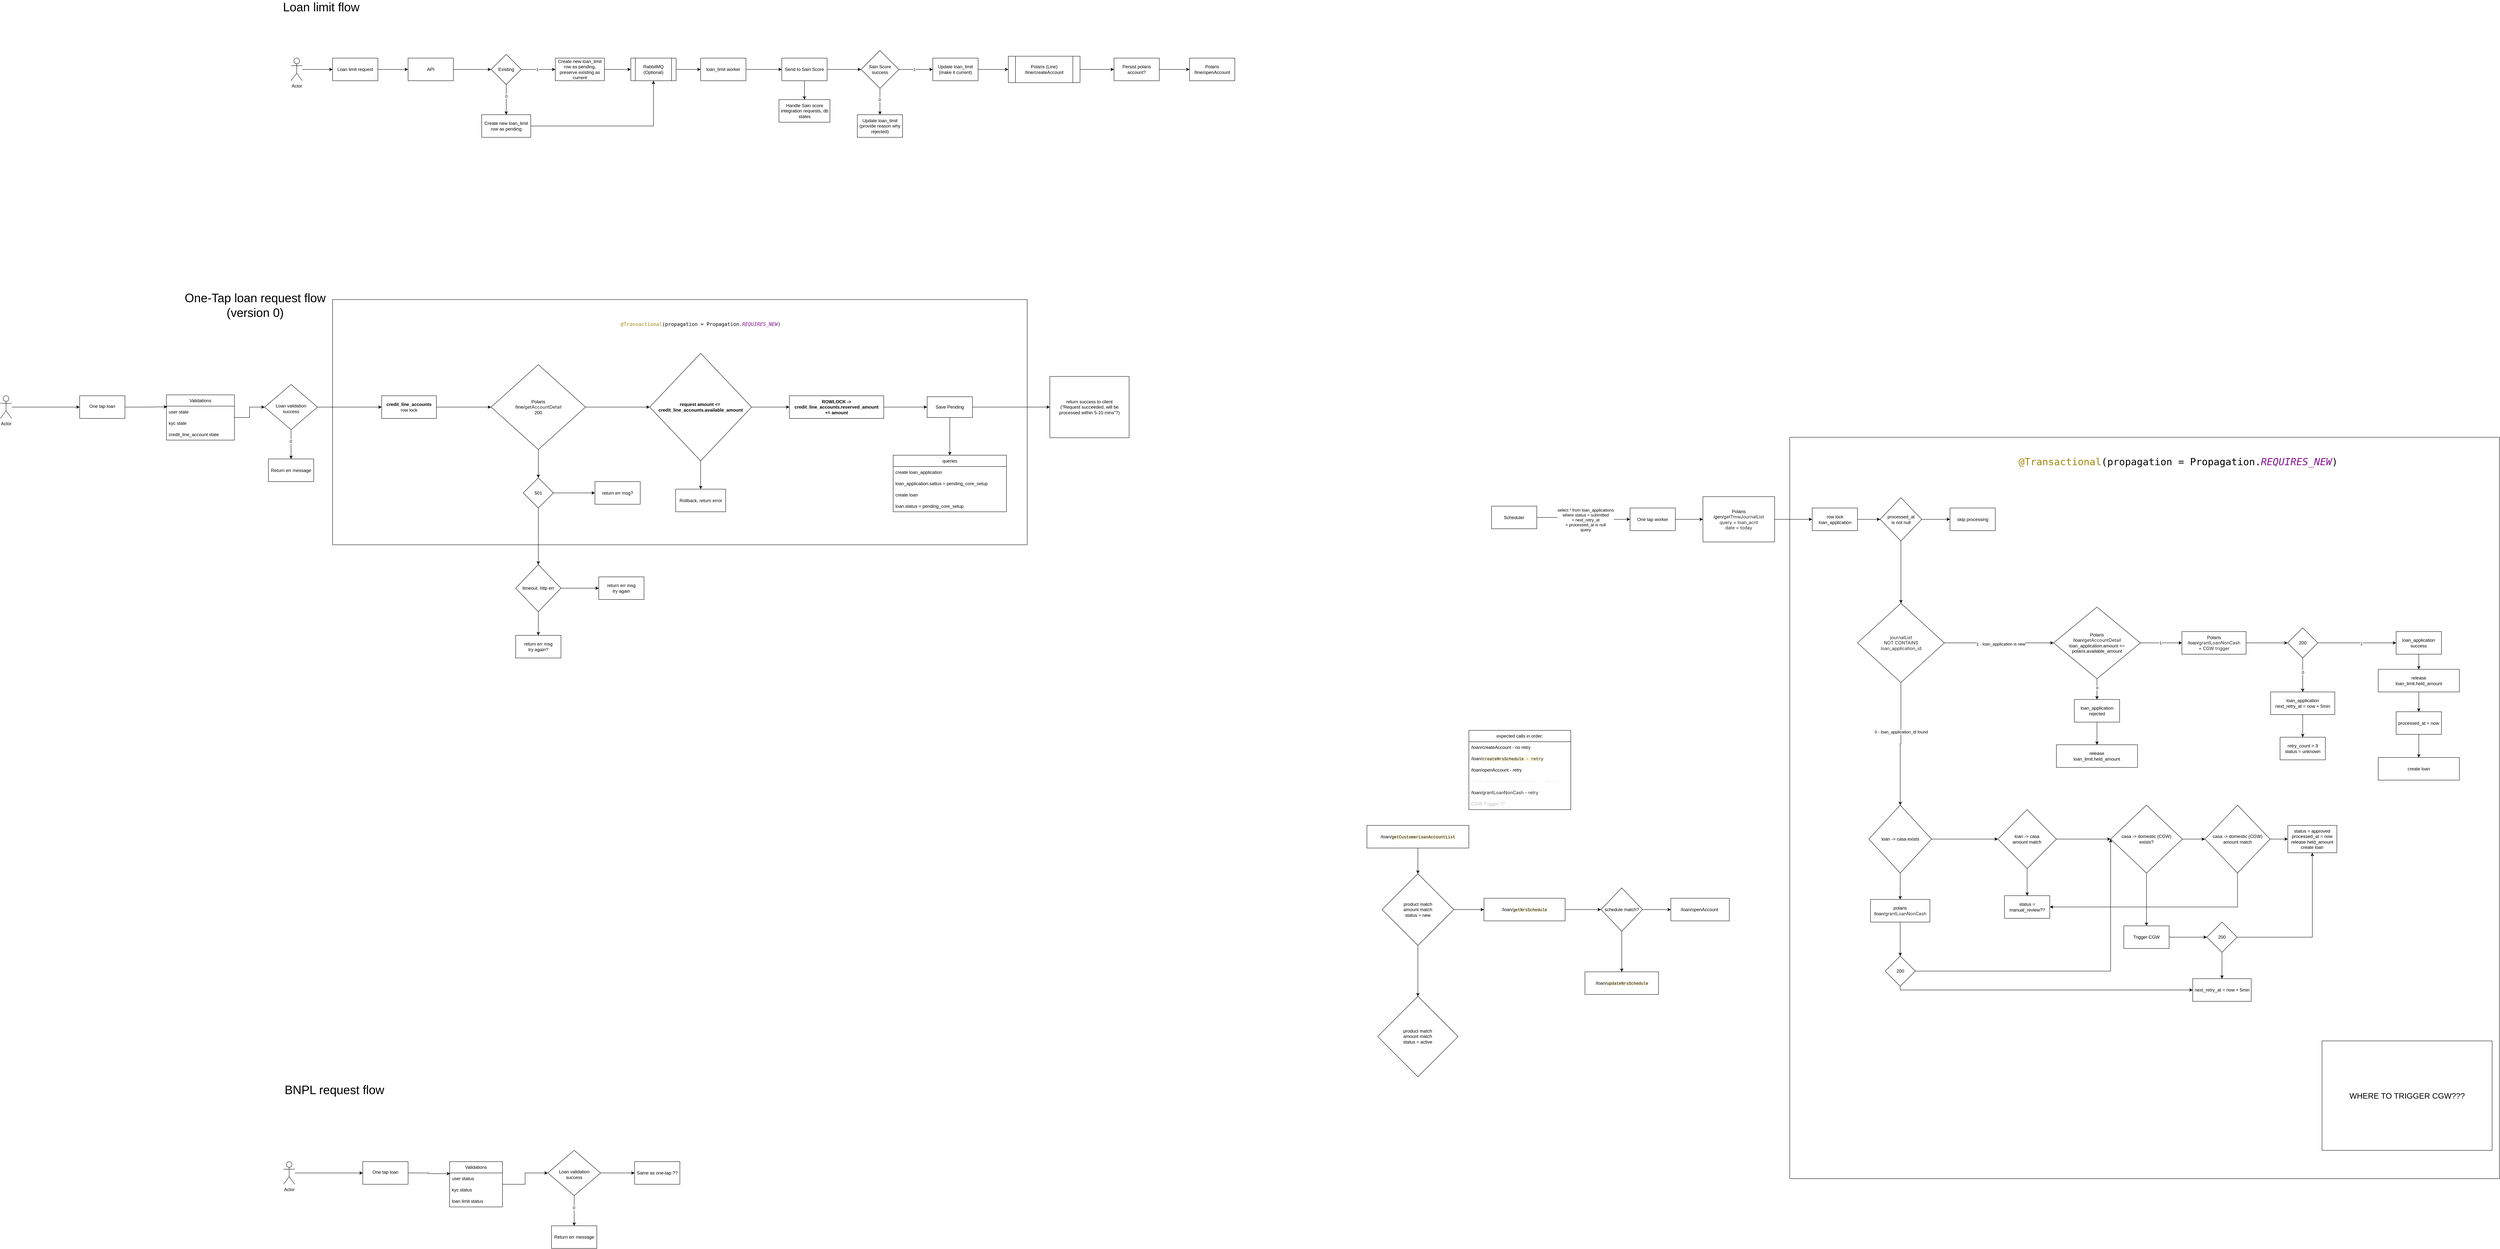
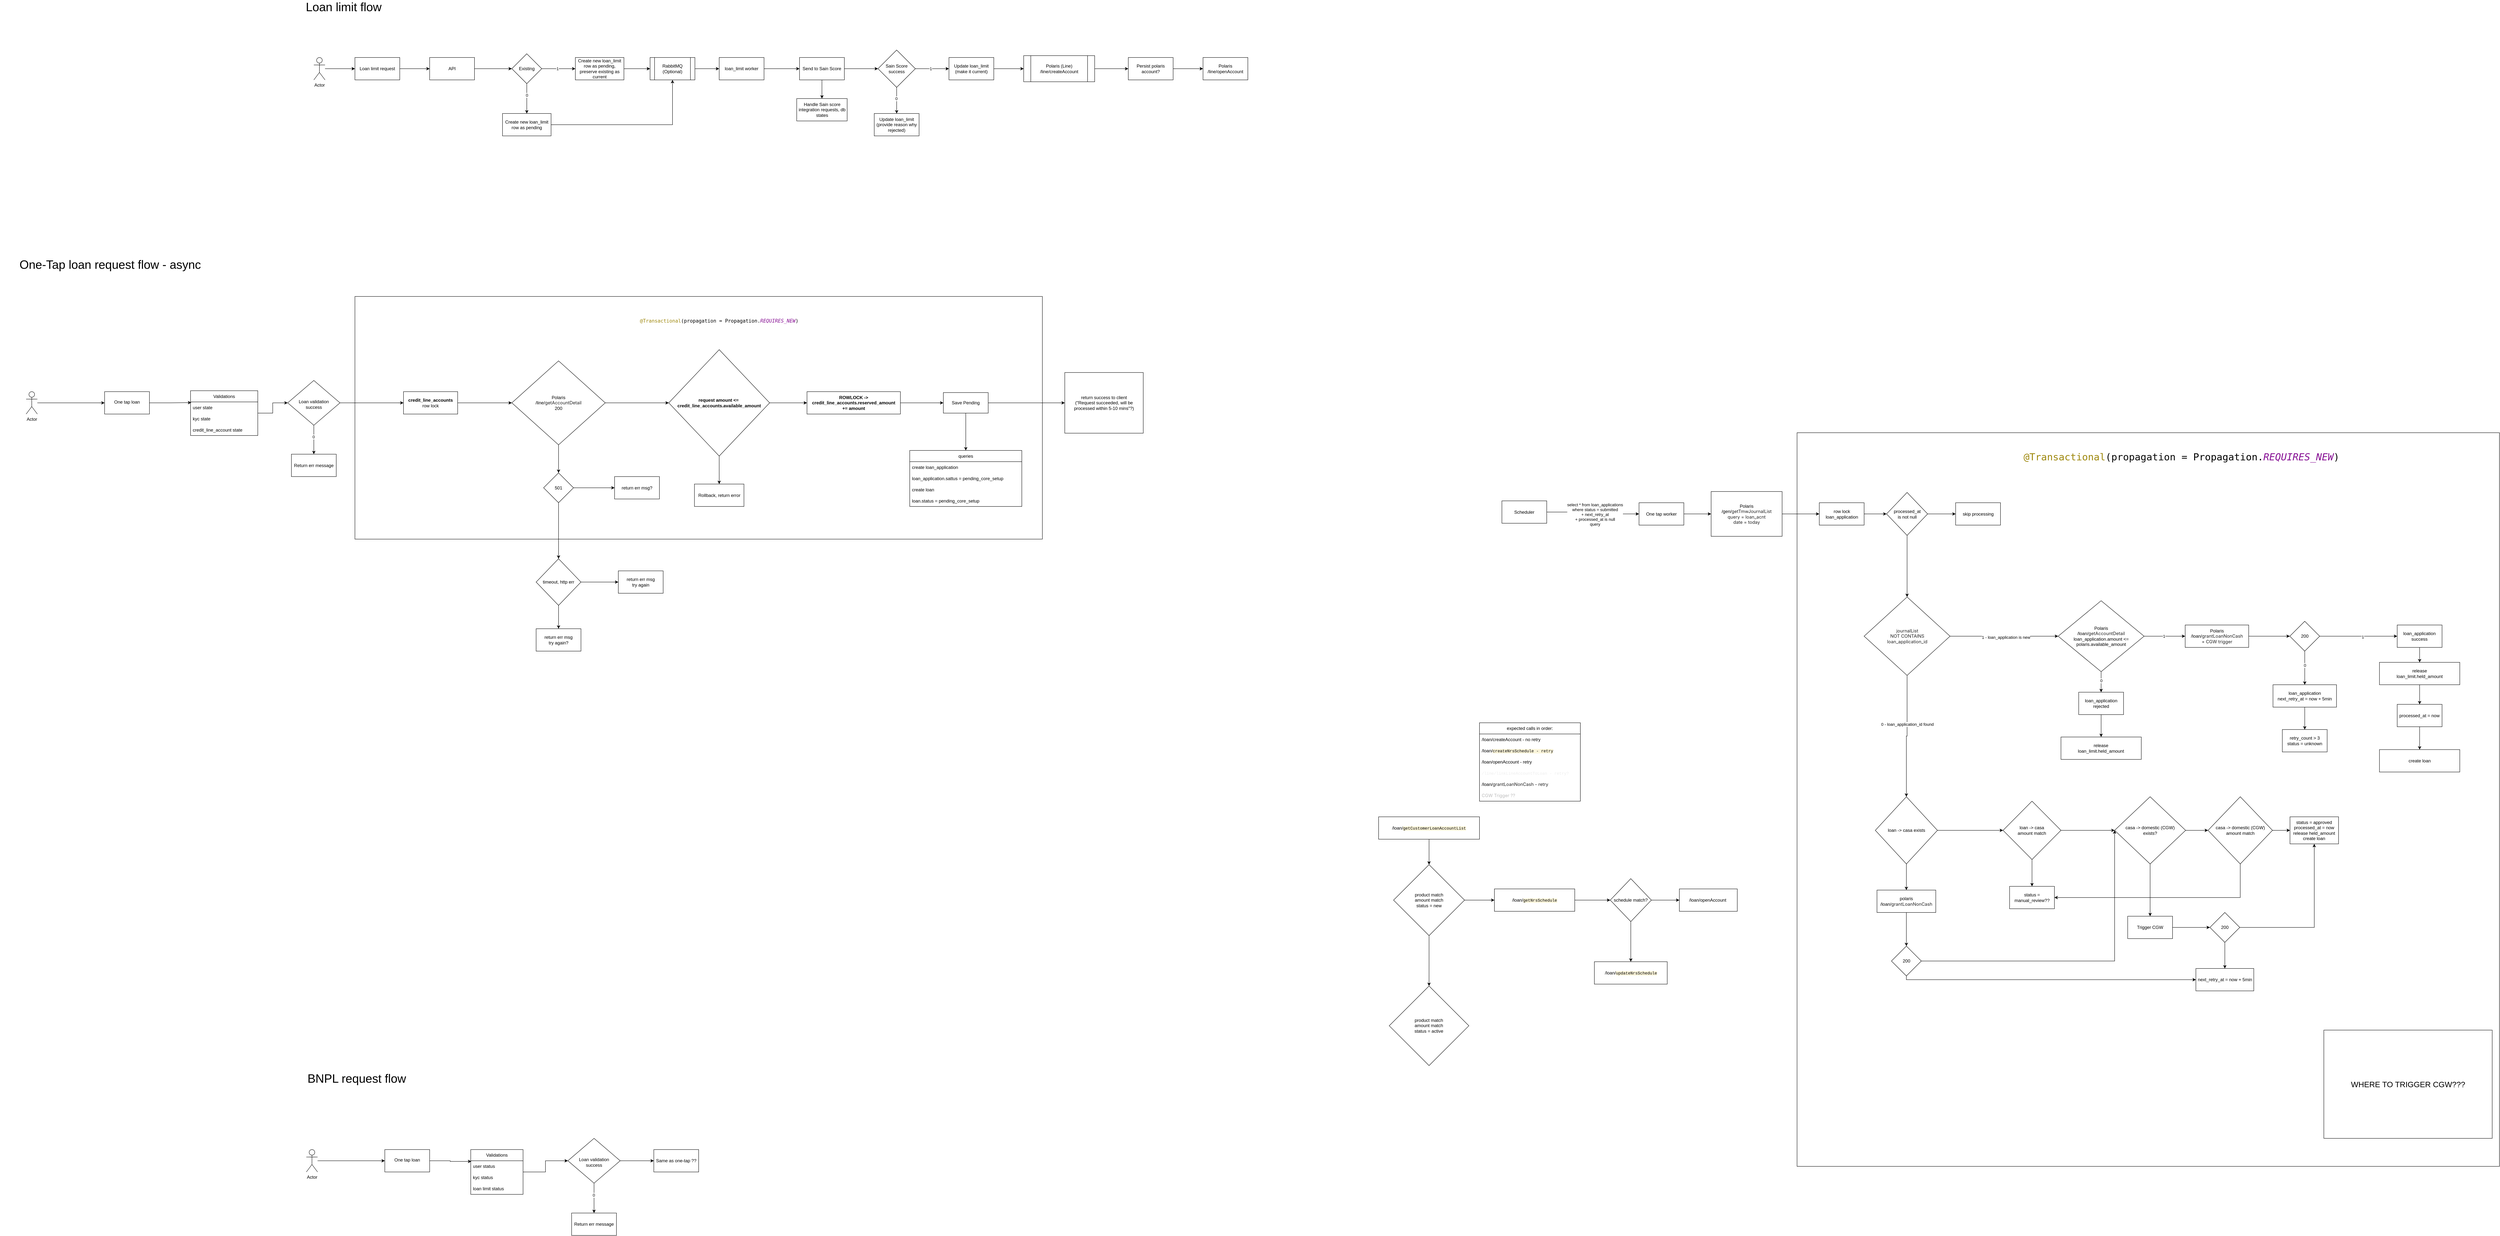
<mxfile host="app.diagrams.net">
  <diagram name="Page-1" id="VCBSuIh8bz7kurrQ0Zaz">
-     <mxGraphModel dx="1966" dy="653" grid="1" gridSize="10" guides="1" tooltips="1" connect="1" arrows="1" fold="1" page="1" pageScale="1" pageWidth="850" pageHeight="1100" math="0" shadow="0">
+     <mxGraphModel dx="3285" dy="1424" grid="1" gridSize="10" guides="1" tooltips="1" connect="1" arrows="1" fold="1" page="1" pageScale="1" pageWidth="850" pageHeight="1100" math="0" shadow="0">
      <root>
        <mxCell id="0" />
        <mxCell id="1" parent="0" />
        <mxCell id="In8fDh9ZLN2M87an2Miy-188" parent="1" style="rounded=0;whiteSpace=wrap;html=1;movable=0;resizable=0;rotatable=0;deletable=0;editable=0;locked=1;connectable=0;" value="" vertex="1">
          <mxGeometry height="1965" width="1880" x="4010" y="1215" as="geometry" />
        </mxCell>
        <mxCell id="In8fDh9ZLN2M87an2Miy-172" parent="1" style="rounded=0;whiteSpace=wrap;html=1;movable=0;resizable=0;rotatable=0;deletable=0;editable=0;locked=1;connectable=0;" value="" vertex="1">
          <mxGeometry height="650" width="1840" x="150" y="850" as="geometry" />
        </mxCell>
        <mxCell id="KqixbsF9o6dLofBvsG9t-5" edge="1" parent="1" source="KqixbsF9o6dLofBvsG9t-1" style="edgeStyle=orthogonalEdgeStyle;rounded=0;orthogonalLoop=1;jettySize=auto;html=1;" target="KqixbsF9o6dLofBvsG9t-4" value="">
          <mxGeometry relative="1" as="geometry" />
        </mxCell>
        <mxCell id="KqixbsF9o6dLofBvsG9t-1" parent="1" style="rounded=0;whiteSpace=wrap;html=1;" value="Loan limit request" vertex="1">
          <mxGeometry height="60" width="120" x="150" y="210" as="geometry" />
        </mxCell>
        <mxCell id="KqixbsF9o6dLofBvsG9t-3" edge="1" parent="1" source="KqixbsF9o6dLofBvsG9t-2" style="edgeStyle=orthogonalEdgeStyle;rounded=0;orthogonalLoop=1;jettySize=auto;html=1;" target="KqixbsF9o6dLofBvsG9t-1" value="">
          <mxGeometry relative="1" as="geometry" />
        </mxCell>
        <mxCell id="KqixbsF9o6dLofBvsG9t-2" parent="1" style="shape=umlActor;verticalLabelPosition=bottom;verticalAlign=top;html=1;outlineConnect=0;" value="Actor" vertex="1">
          <mxGeometry height="60" width="30" x="40" y="210" as="geometry" />
        </mxCell>
        <mxCell id="KqixbsF9o6dLofBvsG9t-9" edge="1" parent="1" source="KqixbsF9o6dLofBvsG9t-4" style="edgeStyle=orthogonalEdgeStyle;rounded=0;orthogonalLoop=1;jettySize=auto;html=1;" target="KqixbsF9o6dLofBvsG9t-8" value="">
          <mxGeometry relative="1" as="geometry" />
        </mxCell>
        <mxCell id="KqixbsF9o6dLofBvsG9t-4" parent="1" style="rounded=0;whiteSpace=wrap;html=1;" value="API" vertex="1">
          <mxGeometry height="60" width="120" x="350" y="210" as="geometry" />
        </mxCell>
        <mxCell id="KqixbsF9o6dLofBvsG9t-11" edge="1" parent="1" source="KqixbsF9o6dLofBvsG9t-8" style="edgeStyle=orthogonalEdgeStyle;rounded=0;orthogonalLoop=1;jettySize=auto;html=1;" target="KqixbsF9o6dLofBvsG9t-10" value="">
          <mxGeometry relative="1" as="geometry" />
        </mxCell>
        <mxCell id="KqixbsF9o6dLofBvsG9t-12" connectable="0" parent="KqixbsF9o6dLofBvsG9t-11" style="edgeLabel;html=1;align=center;verticalAlign=middle;resizable=0;points=[];" value="1" vertex="1">
          <mxGeometry relative="1" x="-0.079" as="geometry">
            <mxPoint as="offset" />
          </mxGeometry>
        </mxCell>
        <mxCell id="KqixbsF9o6dLofBvsG9t-14" edge="1" parent="1" source="KqixbsF9o6dLofBvsG9t-8" style="edgeStyle=orthogonalEdgeStyle;rounded=0;orthogonalLoop=1;jettySize=auto;html=1;" target="KqixbsF9o6dLofBvsG9t-13" value="">
          <mxGeometry relative="1" as="geometry" />
        </mxCell>
        <mxCell id="KqixbsF9o6dLofBvsG9t-15" connectable="0" parent="KqixbsF9o6dLofBvsG9t-14" style="edgeLabel;html=1;align=center;verticalAlign=middle;resizable=0;points=[];" value="0" vertex="1">
          <mxGeometry relative="1" x="-0.2407" as="geometry">
            <mxPoint as="offset" />
          </mxGeometry>
        </mxCell>
        <mxCell id="KqixbsF9o6dLofBvsG9t-8" parent="1" style="rhombus;whiteSpace=wrap;html=1;rounded=0;" value="Existing" vertex="1">
          <mxGeometry height="80" width="80" x="570" y="200" as="geometry" />
        </mxCell>
        <mxCell id="KqixbsF9o6dLofBvsG9t-23" edge="1" parent="1" source="KqixbsF9o6dLofBvsG9t-10" style="edgeStyle=orthogonalEdgeStyle;rounded=0;orthogonalLoop=1;jettySize=auto;html=1;" target="KqixbsF9o6dLofBvsG9t-22" value="">
          <mxGeometry relative="1" as="geometry" />
        </mxCell>
        <mxCell id="KqixbsF9o6dLofBvsG9t-10" parent="1" style="whiteSpace=wrap;html=1;rounded=0;" value="Create new loan_limit row as pending, preserve existing as current" vertex="1">
          <mxGeometry height="60" width="130" x="740" y="210" as="geometry" />
        </mxCell>
        <mxCell id="KqixbsF9o6dLofBvsG9t-26" edge="1" parent="1" source="KqixbsF9o6dLofBvsG9t-13" style="edgeStyle=orthogonalEdgeStyle;rounded=0;orthogonalLoop=1;jettySize=auto;html=1;entryX=0.5;entryY=1;entryDx=0;entryDy=0;" target="KqixbsF9o6dLofBvsG9t-22">
          <mxGeometry relative="1" as="geometry" />
        </mxCell>
        <mxCell id="KqixbsF9o6dLofBvsG9t-13" parent="1" style="whiteSpace=wrap;html=1;rounded=0;" value="Create new loan_limit row as pending" vertex="1">
          <mxGeometry height="60" width="130" x="545" y="360" as="geometry" />
        </mxCell>
        <mxCell id="KqixbsF9o6dLofBvsG9t-25" edge="1" parent="1" source="KqixbsF9o6dLofBvsG9t-22" style="edgeStyle=orthogonalEdgeStyle;rounded=0;orthogonalLoop=1;jettySize=auto;html=1;" target="KqixbsF9o6dLofBvsG9t-24" value="">
          <mxGeometry relative="1" as="geometry" />
        </mxCell>
        <mxCell id="KqixbsF9o6dLofBvsG9t-22" parent="1" style="shape=process;whiteSpace=wrap;html=1;backgroundOutline=1;rounded=0;" value="RabbitMQ (Optional)" vertex="1">
          <mxGeometry height="60" width="120" x="940" y="210" as="geometry" />
        </mxCell>
        <mxCell id="KqixbsF9o6dLofBvsG9t-28" edge="1" parent="1" source="KqixbsF9o6dLofBvsG9t-24" style="edgeStyle=orthogonalEdgeStyle;rounded=0;orthogonalLoop=1;jettySize=auto;html=1;" target="KqixbsF9o6dLofBvsG9t-27" value="">
          <mxGeometry relative="1" as="geometry" />
        </mxCell>
        <mxCell id="KqixbsF9o6dLofBvsG9t-24" parent="1" style="whiteSpace=wrap;html=1;rounded=0;" value="loan_limit worker" vertex="1">
          <mxGeometry height="60" width="120" x="1125" y="210" as="geometry" />
        </mxCell>
        <mxCell id="KqixbsF9o6dLofBvsG9t-30" edge="1" parent="1" source="KqixbsF9o6dLofBvsG9t-27" style="edgeStyle=orthogonalEdgeStyle;rounded=0;orthogonalLoop=1;jettySize=auto;html=1;" target="KqixbsF9o6dLofBvsG9t-29" value="">
          <mxGeometry relative="1" as="geometry" />
        </mxCell>
        <mxCell id="KqixbsF9o6dLofBvsG9t-38" edge="1" parent="1" source="KqixbsF9o6dLofBvsG9t-27" style="edgeStyle=orthogonalEdgeStyle;rounded=0;orthogonalLoop=1;jettySize=auto;html=1;" target="KqixbsF9o6dLofBvsG9t-37" value="">
          <mxGeometry relative="1" as="geometry" />
        </mxCell>
        <mxCell id="KqixbsF9o6dLofBvsG9t-27" parent="1" style="whiteSpace=wrap;html=1;rounded=0;" value="Send to Sain Score" vertex="1">
          <mxGeometry height="60" width="120" x="1340" y="210" as="geometry" />
        </mxCell>
        <mxCell id="KqixbsF9o6dLofBvsG9t-32" edge="1" parent="1" source="KqixbsF9o6dLofBvsG9t-29" style="edgeStyle=orthogonalEdgeStyle;rounded=0;orthogonalLoop=1;jettySize=auto;html=1;" target="KqixbsF9o6dLofBvsG9t-31" value="">
          <mxGeometry relative="1" as="geometry" />
        </mxCell>
        <mxCell id="KqixbsF9o6dLofBvsG9t-33" connectable="0" parent="KqixbsF9o6dLofBvsG9t-32" style="edgeLabel;html=1;align=center;verticalAlign=middle;resizable=0;points=[];" value="1" vertex="1">
          <mxGeometry relative="1" x="-0.1048" as="geometry">
            <mxPoint as="offset" />
          </mxGeometry>
        </mxCell>
        <mxCell id="KqixbsF9o6dLofBvsG9t-35" edge="1" parent="1" source="KqixbsF9o6dLofBvsG9t-29" style="edgeStyle=orthogonalEdgeStyle;rounded=0;orthogonalLoop=1;jettySize=auto;html=1;" target="KqixbsF9o6dLofBvsG9t-34" value="">
          <mxGeometry relative="1" as="geometry" />
        </mxCell>
        <mxCell id="KqixbsF9o6dLofBvsG9t-36" connectable="0" parent="KqixbsF9o6dLofBvsG9t-35" style="edgeLabel;html=1;align=center;verticalAlign=middle;resizable=0;points=[];" value="0" vertex="1">
          <mxGeometry relative="1" x="-0.1429" y="-1" as="geometry">
            <mxPoint as="offset" />
          </mxGeometry>
        </mxCell>
        <mxCell id="KqixbsF9o6dLofBvsG9t-29" parent="1" style="rhombus;whiteSpace=wrap;html=1;rounded=0;" value="Sain Score success" vertex="1">
          <mxGeometry height="100" width="100" x="1550" y="190" as="geometry" />
        </mxCell>
        <mxCell id="KqixbsF9o6dLofBvsG9t-66" edge="1" parent="1" source="KqixbsF9o6dLofBvsG9t-31" style="edgeStyle=orthogonalEdgeStyle;rounded=0;orthogonalLoop=1;jettySize=auto;html=1;" target="KqixbsF9o6dLofBvsG9t-65" value="">
          <mxGeometry relative="1" as="geometry" />
        </mxCell>
        <mxCell id="KqixbsF9o6dLofBvsG9t-31" parent="1" style="whiteSpace=wrap;html=1;rounded=0;" value="Update loan_limit (make it current)" vertex="1">
          <mxGeometry height="60" width="120" x="1740" y="210" as="geometry" />
        </mxCell>
        <mxCell id="KqixbsF9o6dLofBvsG9t-34" parent="1" style="whiteSpace=wrap;html=1;rounded=0;" value="Update loan_limit&lt;br&gt;(provide reason why rejected)" vertex="1">
          <mxGeometry height="60" width="120" x="1540" y="360" as="geometry" />
        </mxCell>
        <mxCell id="KqixbsF9o6dLofBvsG9t-37" parent="1" style="whiteSpace=wrap;html=1;rounded=0;" value="Handle Sain score integration requests, db states" vertex="1">
          <mxGeometry height="60" width="135" x="1332.5" y="320" as="geometry" />
        </mxCell>
        <mxCell id="KqixbsF9o6dLofBvsG9t-40" parent="1" style="text;html=1;whiteSpace=wrap;strokeColor=none;fillColor=none;align=center;verticalAlign=middle;rounded=0;fontSize=32;" value="Loan limit flow" vertex="1">
          <mxGeometry height="30" width="260" x="-10" y="60" as="geometry" />
        </mxCell>
        <mxCell id="KqixbsF9o6dLofBvsG9t-74" edge="1" parent="1" source="KqixbsF9o6dLofBvsG9t-65" style="edgeStyle=orthogonalEdgeStyle;rounded=0;orthogonalLoop=1;jettySize=auto;html=1;" target="KqixbsF9o6dLofBvsG9t-73" value="">
          <mxGeometry relative="1" as="geometry" />
        </mxCell>
        <mxCell id="KqixbsF9o6dLofBvsG9t-65" parent="1" style="shape=process;whiteSpace=wrap;html=1;backgroundOutline=1;rounded=0;" value="Polaris (Line)&lt;br&gt;/line/createAccount" vertex="1">
          <mxGeometry height="70" width="190" x="1940" y="205" as="geometry" />
        </mxCell>
        <mxCell id="P7TJZT1PVnBYbLh7lMs1-4" edge="1" parent="1" source="KqixbsF9o6dLofBvsG9t-73" style="edgeStyle=orthogonalEdgeStyle;rounded=0;orthogonalLoop=1;jettySize=auto;html=1;" target="P7TJZT1PVnBYbLh7lMs1-3" value="">
          <mxGeometry relative="1" as="geometry" />
        </mxCell>
        <mxCell id="KqixbsF9o6dLofBvsG9t-73" parent="1" style="whiteSpace=wrap;html=1;rounded=0;" value="Persist polaris account?" vertex="1">
          <mxGeometry height="60" width="120" x="2220" y="210" as="geometry" />
        </mxCell>
-         <mxCell id="U8Ajh8Gpa-m2DNKNFQys-1" parent="1" style="text;html=1;whiteSpace=wrap;strokeColor=none;fillColor=none;align=center;verticalAlign=middle;rounded=0;fontSize=32;" value="One-Tap loan request flow (version 0)" vertex="1">
-           <mxGeometry height="30" width="470" x="-290" y="850" as="geometry" />
+         <mxCell id="U8Ajh8Gpa-m2DNKNFQys-1" parent="1" style="text;html=1;whiteSpace=wrap;strokeColor=none;fillColor=none;align=center;verticalAlign=middle;rounded=0;fontSize=32;" value="One-Tap loan request flow - async" vertex="1">
+           <mxGeometry height="30" width="590" x="-800" y="750" as="geometry" />
        </mxCell>
        <mxCell id="In8fDh9ZLN2M87an2Miy-1" edge="1" parent="1" source="In8fDh9ZLN2M87an2Miy-2" style="edgeStyle=orthogonalEdgeStyle;rounded=0;orthogonalLoop=1;jettySize=auto;html=1;" target="In8fDh9ZLN2M87an2Miy-4" value="">
          <mxGeometry relative="1" as="geometry" />
        </mxCell>
        <mxCell id="In8fDh9ZLN2M87an2Miy-2" parent="1" style="shape=umlActor;verticalLabelPosition=bottom;verticalAlign=top;html=1;outlineConnect=0;" value="Actor" vertex="1">
          <mxGeometry height="60" width="30" x="-730" y="1105" as="geometry" />
        </mxCell>
        <mxCell id="In8fDh9ZLN2M87an2Miy-3" edge="1" parent="1" source="In8fDh9ZLN2M87an2Miy-4" style="edgeStyle=orthogonalEdgeStyle;rounded=0;orthogonalLoop=1;jettySize=auto;html=1;entryX=0.011;entryY=0.06;entryDx=0;entryDy=0;entryPerimeter=0;" target="In8fDh9ZLN2M87an2Miy-28" value="">
          <mxGeometry relative="1" as="geometry">
            <mxPoint x="-310" y="1132.5" as="targetPoint" />
          </mxGeometry>
        </mxCell>
        <mxCell id="In8fDh9ZLN2M87an2Miy-4" parent="1" style="whiteSpace=wrap;html=1;verticalAlign=top;" value="&lt;div&gt;&lt;br&gt;&lt;/div&gt;&lt;div&gt;One tap loan&lt;/div&gt;" vertex="1">
          <mxGeometry height="60" width="120" x="-520" y="1105" as="geometry" />
        </mxCell>
        <mxCell id="In8fDh9ZLN2M87an2Miy-7" edge="1" parent="1" source="In8fDh9ZLN2M87an2Miy-9" style="edgeStyle=orthogonalEdgeStyle;rounded=0;orthogonalLoop=1;jettySize=auto;html=1;" target="In8fDh9ZLN2M87an2Miy-13" value="">
          <mxGeometry relative="1" as="geometry" />
        </mxCell>
        <mxCell id="In8fDh9ZLN2M87an2Miy-8" connectable="0" parent="In8fDh9ZLN2M87an2Miy-7" style="edgeLabel;html=1;align=center;verticalAlign=middle;resizable=0;points=[];" value="0" vertex="1">
          <mxGeometry relative="1" x="-0.2091" y="-1" as="geometry">
            <mxPoint as="offset" />
          </mxGeometry>
        </mxCell>
        <mxCell id="P7TJZT1PVnBYbLh7lMs1-36" edge="1" parent="1" source="In8fDh9ZLN2M87an2Miy-9" style="edgeStyle=orthogonalEdgeStyle;rounded=0;orthogonalLoop=1;jettySize=auto;html=1;entryX=0;entryY=0.5;entryDx=0;entryDy=0;" target="In8fDh9ZLN2M87an2Miy-161">
          <mxGeometry relative="1" as="geometry" />
        </mxCell>
        <mxCell id="In8fDh9ZLN2M87an2Miy-9" parent="1" style="rhombus;whiteSpace=wrap;html=1;verticalAlign=top;" value="&lt;br&gt;&lt;br&gt;&lt;div&gt;&lt;br&gt;&lt;/div&gt;&lt;div&gt;Loan validation&lt;br&gt;success&lt;/div&gt;" vertex="1">
          <mxGeometry height="120" width="140" x="-30" y="1075" as="geometry" />
        </mxCell>
        <mxCell id="In8fDh9ZLN2M87an2Miy-10" edge="1" parent="1" source="In8fDh9ZLN2M87an2Miy-12" style="edgeStyle=orthogonalEdgeStyle;rounded=0;orthogonalLoop=1;jettySize=auto;html=1;entryX=0.5;entryY=0;entryDx=0;entryDy=0;" target="In8fDh9ZLN2M87an2Miy-14">
          <mxGeometry relative="1" as="geometry" />
        </mxCell>
        <mxCell id="In8fDh9ZLN2M87an2Miy-54" edge="1" parent="1" source="In8fDh9ZLN2M87an2Miy-105" style="edgeStyle=orthogonalEdgeStyle;rounded=0;orthogonalLoop=1;jettySize=auto;html=1;exitX=1;exitY=0.5;exitDx=0;exitDy=0;" target="In8fDh9ZLN2M87an2Miy-53" value="">
          <mxGeometry relative="1" as="geometry">
            <mxPoint x="3329.5" y="1432.5" as="sourcePoint" />
          </mxGeometry>
        </mxCell>
        <mxCell id="In8fDh9ZLN2M87an2Miy-55" connectable="0" parent="In8fDh9ZLN2M87an2Miy-54" style="edgeLabel;html=1;align=center;verticalAlign=middle;resizable=0;points=[];" value="select * from loan_applications&lt;br&gt;where status = submitted&lt;br&gt;+ next_retry_at&lt;br&gt;+ processed_at is null&lt;br&gt;query" vertex="1">
          <mxGeometry relative="1" x="0.0637" y="-1" as="geometry">
            <mxPoint as="offset" />
          </mxGeometry>
        </mxCell>
        <mxCell id="In8fDh9ZLN2M87an2Miy-246" edge="1" parent="1" source="In8fDh9ZLN2M87an2Miy-12" style="edgeStyle=orthogonalEdgeStyle;rounded=0;orthogonalLoop=1;jettySize=auto;html=1;entryX=0;entryY=0.5;entryDx=0;entryDy=0;" target="In8fDh9ZLN2M87an2Miy-185">
          <mxGeometry relative="1" as="geometry">
            <mxPoint x="2120" y="1137" as="targetPoint" />
          </mxGeometry>
        </mxCell>
        <mxCell id="In8fDh9ZLN2M87an2Miy-12" parent="1" style="whiteSpace=wrap;html=1;verticalAlign=middle;" value="Save Pending" vertex="1">
          <mxGeometry height="55" width="120" x="1725" y="1107.5" as="geometry" />
        </mxCell>
        <mxCell id="In8fDh9ZLN2M87an2Miy-13" parent="1" style="whiteSpace=wrap;html=1;verticalAlign=middle;" value="Return err message" vertex="1">
          <mxGeometry height="60" width="120" x="-20" y="1272.5" as="geometry" />
        </mxCell>
        <mxCell id="In8fDh9ZLN2M87an2Miy-14" parent="1" style="swimlane;fontStyle=0;childLayout=stackLayout;horizontal=1;startSize=30;horizontalStack=0;resizeParent=1;resizeParentMax=0;resizeLast=0;collapsible=1;marginBottom=0;whiteSpace=wrap;html=1;" value="queries" vertex="1">
          <mxGeometry height="150" width="300" x="1635" y="1262.5" as="geometry" />
        </mxCell>
        <mxCell id="In8fDh9ZLN2M87an2Miy-15" parent="In8fDh9ZLN2M87an2Miy-14" style="text;strokeColor=none;fillColor=none;align=left;verticalAlign=middle;spacingLeft=4;spacingRight=4;overflow=hidden;points=[[0,0.5],[1,0.5]];portConstraint=eastwest;rotatable=0;whiteSpace=wrap;html=1;" value="create loan_application" vertex="1">
          <mxGeometry height="30" width="300" y="30" as="geometry" />
        </mxCell>
        <mxCell id="In8fDh9ZLN2M87an2Miy-104" parent="In8fDh9ZLN2M87an2Miy-14" style="text;strokeColor=none;fillColor=none;align=left;verticalAlign=middle;spacingLeft=4;spacingRight=4;overflow=hidden;points=[[0,0.5],[1,0.5]];portConstraint=eastwest;rotatable=0;whiteSpace=wrap;html=1;" value="loan_application.sattus = pending_core_setup" vertex="1">
          <mxGeometry height="30" width="300" y="60" as="geometry" />
        </mxCell>
        <mxCell id="In8fDh9ZLN2M87an2Miy-17" parent="In8fDh9ZLN2M87an2Miy-14" style="text;strokeColor=none;fillColor=none;align=left;verticalAlign=middle;spacingLeft=4;spacingRight=4;overflow=hidden;points=[[0,0.5],[1,0.5]];portConstraint=eastwest;rotatable=0;whiteSpace=wrap;html=1;" value="create loan" vertex="1">
          <mxGeometry height="30" width="300" y="90" as="geometry" />
        </mxCell>
        <mxCell id="P7TJZT1PVnBYbLh7lMs1-40" parent="In8fDh9ZLN2M87an2Miy-14" style="text;strokeColor=none;fillColor=none;align=left;verticalAlign=middle;spacingLeft=4;spacingRight=4;overflow=hidden;points=[[0,0.5],[1,0.5]];portConstraint=eastwest;rotatable=0;whiteSpace=wrap;html=1;" value="loan.status = pending_core_setup" vertex="1">
          <mxGeometry height="30" width="300" y="120" as="geometry" />
        </mxCell>
        <mxCell id="In8fDh9ZLN2M87an2Miy-32" edge="1" parent="1" source="In8fDh9ZLN2M87an2Miy-27" style="edgeStyle=orthogonalEdgeStyle;rounded=0;orthogonalLoop=1;jettySize=auto;html=1;entryX=0;entryY=0.5;entryDx=0;entryDy=0;" target="In8fDh9ZLN2M87an2Miy-9">
          <mxGeometry relative="1" as="geometry" />
        </mxCell>
        <mxCell id="In8fDh9ZLN2M87an2Miy-27" parent="1" style="swimlane;fontStyle=0;childLayout=stackLayout;horizontal=1;startSize=30;horizontalStack=0;resizeParent=1;resizeParentMax=0;resizeLast=0;collapsible=1;marginBottom=0;whiteSpace=wrap;html=1;" value="Validations" vertex="1">
          <mxGeometry height="120" width="180" x="-290" y="1102.5" as="geometry" />
        </mxCell>
        <mxCell id="In8fDh9ZLN2M87an2Miy-28" parent="In8fDh9ZLN2M87an2Miy-27" style="text;strokeColor=none;fillColor=none;align=left;verticalAlign=middle;spacingLeft=4;spacingRight=4;overflow=hidden;points=[[0,0.5],[1,0.5]];portConstraint=eastwest;rotatable=0;whiteSpace=wrap;html=1;" value="user state" vertex="1">
          <mxGeometry height="30" width="180" y="30" as="geometry" />
        </mxCell>
        <mxCell id="In8fDh9ZLN2M87an2Miy-29" parent="In8fDh9ZLN2M87an2Miy-27" style="text;strokeColor=none;fillColor=none;align=left;verticalAlign=middle;spacingLeft=4;spacingRight=4;overflow=hidden;points=[[0,0.5],[1,0.5]];portConstraint=eastwest;rotatable=0;whiteSpace=wrap;html=1;" value="kyc state" vertex="1">
          <mxGeometry height="30" width="180" y="60" as="geometry" />
        </mxCell>
        <mxCell id="In8fDh9ZLN2M87an2Miy-33" parent="In8fDh9ZLN2M87an2Miy-27" style="text;strokeColor=none;fillColor=none;align=left;verticalAlign=middle;spacingLeft=4;spacingRight=4;overflow=hidden;points=[[0,0.5],[1,0.5]];portConstraint=eastwest;rotatable=0;whiteSpace=wrap;html=1;" value="credit_line_account state" vertex="1">
          <mxGeometry height="30" width="180" y="90" as="geometry" />
        </mxCell>
        <mxCell id="In8fDh9ZLN2M87an2Miy-116" edge="1" parent="1" source="In8fDh9ZLN2M87an2Miy-53" style="edgeStyle=orthogonalEdgeStyle;rounded=0;orthogonalLoop=1;jettySize=auto;html=1;entryX=0;entryY=0.5;entryDx=0;entryDy=0;" target="In8fDh9ZLN2M87an2Miy-68">
          <mxGeometry relative="1" as="geometry" />
        </mxCell>
        <mxCell id="In8fDh9ZLN2M87an2Miy-53" parent="1" style="whiteSpace=wrap;html=1;" value="One tap worker" vertex="1">
          <mxGeometry height="60" width="120" x="3587" y="1402.5" as="geometry" />
        </mxCell>
        <mxCell id="In8fDh9ZLN2M87an2Miy-67" edge="1" parent="1" source="In8fDh9ZLN2M87an2Miy-58" style="edgeStyle=orthogonalEdgeStyle;rounded=0;orthogonalLoop=1;jettySize=auto;html=1;entryX=0;entryY=0.5;entryDx=0;entryDy=0;" target="In8fDh9ZLN2M87an2Miy-66" value="">
          <mxGeometry relative="1" as="geometry">
            <mxPoint x="5343.87" y="1760" as="targetPoint" />
          </mxGeometry>
        </mxCell>
        <mxCell id="In8fDh9ZLN2M87an2Miy-58" parent="1" style="whiteSpace=wrap;html=1;" value="Polaris /loan/&lt;span style=&quot;color: rgb(33, 33, 33); font-family: Inter, system-ui, -apple-system, &amp;quot;system-ui&amp;quot;, &amp;quot;Segoe UI&amp;quot;, Roboto, Oxygen, Ubuntu, Cantarell, &amp;quot;Fira Sans&amp;quot;, &amp;quot;Droid Sans&amp;quot;, Helvetica, Arial, sans-serif; text-align: left; white-space: pre-wrap; background-color: rgb(255, 255, 255);&quot;&gt;grantLoanNonCash&lt;br/&gt;+ CGW trigger&lt;/span&gt;" vertex="1">
          <mxGeometry height="60" width="170" x="5048.87" y="1730" as="geometry" />
        </mxCell>
        <mxCell id="In8fDh9ZLN2M87an2Miy-62" edge="1" parent="1" source="In8fDh9ZLN2M87an2Miy-59" style="edgeStyle=orthogonalEdgeStyle;rounded=0;orthogonalLoop=1;jettySize=auto;html=1;" target="In8fDh9ZLN2M87an2Miy-61" value="">
          <mxGeometry relative="1" as="geometry" />
        </mxCell>
        <mxCell id="In8fDh9ZLN2M87an2Miy-91" connectable="0" parent="In8fDh9ZLN2M87an2Miy-62" style="edgeLabel;html=1;align=center;verticalAlign=middle;resizable=0;points=[];" value="0" vertex="1">
          <mxGeometry relative="1" x="-0.1431" as="geometry">
            <mxPoint as="offset" />
          </mxGeometry>
        </mxCell>
        <mxCell id="In8fDh9ZLN2M87an2Miy-65" edge="1" parent="1" source="In8fDh9ZLN2M87an2Miy-59" style="edgeStyle=orthogonalEdgeStyle;rounded=0;orthogonalLoop=1;jettySize=auto;html=1;" target="In8fDh9ZLN2M87an2Miy-58">
          <mxGeometry relative="1" as="geometry" />
        </mxCell>
        <mxCell id="In8fDh9ZLN2M87an2Miy-90" connectable="0" parent="In8fDh9ZLN2M87an2Miy-65" style="edgeLabel;html=1;align=center;verticalAlign=middle;resizable=0;points=[];" value="1" vertex="1">
          <mxGeometry relative="1" x="-0.0451" as="geometry">
            <mxPoint as="offset" />
          </mxGeometry>
        </mxCell>
        <mxCell id="In8fDh9ZLN2M87an2Miy-59" parent="1" style="rhombus;whiteSpace=wrap;html=1;" value="Polaris&lt;br&gt;/loan/&lt;span style=&quot;color: rgb(33, 33, 33); font-family: Inter, system-ui, -apple-system, &amp;quot;system-ui&amp;quot;, &amp;quot;Segoe UI&amp;quot;, Roboto, Oxygen, Ubuntu, Cantarell, &amp;quot;Fira Sans&amp;quot;, &amp;quot;Droid Sans&amp;quot;, Helvetica, Arial, sans-serif; text-align: left; white-space: pre-wrap; background-color: rgb(255, 255, 255);&quot;&gt;getAccountDetail&lt;/span&gt;&lt;br&gt;loan_application.amount &amp;lt;= polaris.available_amount" vertex="1">
          <mxGeometry height="190" width="230" x="4708.87" y="1665" as="geometry" />
        </mxCell>
        <mxCell id="In8fDh9ZLN2M87an2Miy-64" edge="1" parent="1" source="In8fDh9ZLN2M87an2Miy-61" style="edgeStyle=orthogonalEdgeStyle;rounded=0;orthogonalLoop=1;jettySize=auto;html=1;" target="In8fDh9ZLN2M87an2Miy-63" value="">
          <mxGeometry relative="1" as="geometry" />
        </mxCell>
        <mxCell id="In8fDh9ZLN2M87an2Miy-61" parent="1" style="whiteSpace=wrap;html=1;" value="loan_application&lt;br&gt;rejected" vertex="1">
          <mxGeometry height="60" width="120" x="4763.87" y="1910" as="geometry" />
        </mxCell>
        <mxCell id="In8fDh9ZLN2M87an2Miy-63" parent="1" style="whiteSpace=wrap;html=1;" value="release &lt;br&gt;loan_limit.held_amount" vertex="1">
          <mxGeometry height="60" width="215" x="4716.37" y="2030" as="geometry" />
        </mxCell>
        <mxCell id="In8fDh9ZLN2M87an2Miy-81" edge="1" parent="1" source="In8fDh9ZLN2M87an2Miy-66" style="edgeStyle=orthogonalEdgeStyle;rounded=0;orthogonalLoop=1;jettySize=auto;html=1;entryX=0;entryY=0.5;entryDx=0;entryDy=0;" target="In8fDh9ZLN2M87an2Miy-79">
          <mxGeometry relative="1" as="geometry" />
        </mxCell>
        <mxCell id="In8fDh9ZLN2M87an2Miy-92" connectable="0" parent="In8fDh9ZLN2M87an2Miy-81" style="edgeLabel;html=1;align=center;verticalAlign=middle;resizable=0;points=[];" value="1" vertex="1">
          <mxGeometry relative="1" x="0.1055" y="-2" as="geometry">
            <mxPoint as="offset" />
          </mxGeometry>
        </mxCell>
        <mxCell id="In8fDh9ZLN2M87an2Miy-83" edge="1" parent="1" source="In8fDh9ZLN2M87an2Miy-66" style="edgeStyle=orthogonalEdgeStyle;rounded=0;orthogonalLoop=1;jettySize=auto;html=1;" target="In8fDh9ZLN2M87an2Miy-82" value="">
          <mxGeometry relative="1" as="geometry" />
        </mxCell>
        <mxCell id="In8fDh9ZLN2M87an2Miy-93" connectable="0" parent="In8fDh9ZLN2M87an2Miy-83" style="edgeLabel;html=1;align=center;verticalAlign=middle;resizable=0;points=[];" value="0" vertex="1">
          <mxGeometry relative="1" x="-0.1623" as="geometry">
            <mxPoint as="offset" />
          </mxGeometry>
        </mxCell>
        <mxCell id="In8fDh9ZLN2M87an2Miy-66" parent="1" style="rhombus;whiteSpace=wrap;html=1;" value="200" vertex="1">
          <mxGeometry height="80" width="80" x="5328.87" y="1720" as="geometry" />
        </mxCell>
        <mxCell id="In8fDh9ZLN2M87an2Miy-119" edge="1" parent="1" source="In8fDh9ZLN2M87an2Miy-68" style="edgeStyle=orthogonalEdgeStyle;rounded=0;orthogonalLoop=1;jettySize=auto;html=1;" target="In8fDh9ZLN2M87an2Miy-118" value="">
          <mxGeometry relative="1" as="geometry" />
        </mxCell>
        <mxCell id="In8fDh9ZLN2M87an2Miy-68" parent="1" style="whiteSpace=wrap;html=1;" value="Polaris&lt;br&gt;/gen/&lt;span style=&quot;white-space: pre-wrap; color: rgb(33, 33, 33); font-family: Inter, system-ui, -apple-system, &amp;quot;system-ui&amp;quot;, &amp;quot;Segoe UI&amp;quot;, Roboto, Oxygen, Ubuntu, Cantarell, &amp;quot;Fira Sans&amp;quot;, &amp;quot;Droid Sans&amp;quot;, Helvetica, Arial, sans-serif; text-align: left; background-color: rgb(255, 255, 255);&quot;&gt;getTmwJournalList&lt;br&gt;query = loan_acnt&lt;br/&gt;date = today&lt;/span&gt;" vertex="1">
          <mxGeometry height="120" width="190" x="3780" y="1372.5" as="geometry" />
        </mxCell>
        <mxCell id="In8fDh9ZLN2M87an2Miy-71" edge="1" parent="1" source="In8fDh9ZLN2M87an2Miy-69" style="edgeStyle=orthogonalEdgeStyle;rounded=0;orthogonalLoop=1;jettySize=auto;html=1;entryX=0;entryY=0.5;entryDx=0;entryDy=0;" target="In8fDh9ZLN2M87an2Miy-59">
          <mxGeometry relative="1" as="geometry" />
        </mxCell>
        <mxCell id="In8fDh9ZLN2M87an2Miy-77" connectable="0" parent="In8fDh9ZLN2M87an2Miy-71" style="edgeLabel;html=1;align=center;verticalAlign=middle;resizable=0;points=[];" value="1 - loan_application is new" vertex="1">
          <mxGeometry relative="1" x="0.0312" y="-3" as="geometry">
            <mxPoint as="offset" />
          </mxGeometry>
        </mxCell>
        <mxCell id="In8fDh9ZLN2M87an2Miy-73" edge="1" parent="1" source="In8fDh9ZLN2M87an2Miy-69" style="edgeStyle=orthogonalEdgeStyle;rounded=0;orthogonalLoop=1;jettySize=auto;html=1;entryX=0.5;entryY=0;entryDx=0;entryDy=0;" target="In8fDh9ZLN2M87an2Miy-111" value="">
          <mxGeometry relative="1" as="geometry">
            <mxPoint x="4303.87" y="1960" as="targetPoint" />
          </mxGeometry>
        </mxCell>
        <mxCell id="In8fDh9ZLN2M87an2Miy-74" connectable="0" parent="In8fDh9ZLN2M87an2Miy-73" style="edgeLabel;html=1;align=center;verticalAlign=middle;resizable=0;points=[];" value="0 - loan_application_id found" vertex="1">
          <mxGeometry relative="1" x="-0.1975" as="geometry">
            <mxPoint as="offset" />
          </mxGeometry>
        </mxCell>
        <mxCell id="In8fDh9ZLN2M87an2Miy-69" parent="1" style="rhombus;whiteSpace=wrap;html=1;verticalAlign=middle;" value="&lt;div style=&quot;text-align: center;&quot;&gt;&lt;span style=&quot;background-color: light-dark(rgb(255, 255, 255), rgb(18, 18, 18)); color: light-dark(rgb(33, 33, 33), rgb(209, 209, 209)); font-family: Inter, system-ui, -apple-system, &amp;quot;system-ui&amp;quot;, &amp;quot;Segoe UI&amp;quot;, Roboto, Oxygen, Ubuntu, Cantarell, &amp;quot;Fira Sans&amp;quot;, &amp;quot;Droid Sans&amp;quot;, Helvetica, Arial, sans-serif; text-align: left; white-space: pre-wrap;&quot;&gt;journalList&lt;br&gt;NOT CONTAINS&lt;/span&gt;&lt;/div&gt;&lt;span style=&quot;white-space: pre-wrap; color: rgb(33, 33, 33); font-family: Inter, system-ui, -apple-system, &amp;quot;system-ui&amp;quot;, &amp;quot;Segoe UI&amp;quot;, Roboto, Oxygen, Ubuntu, Cantarell, &amp;quot;Fira Sans&amp;quot;, &amp;quot;Droid Sans&amp;quot;, Helvetica, Arial, sans-serif; text-align: left; background-color: rgb(255, 255, 255);&quot;&gt;loan_application_id&lt;/span&gt;" vertex="1">
          <mxGeometry height="210" width="230" x="4189.5" y="1655" as="geometry" />
        </mxCell>
        <mxCell id="In8fDh9ZLN2M87an2Miy-78" edge="1" parent="1" source="In8fDh9ZLN2M87an2Miy-79" style="edgeStyle=orthogonalEdgeStyle;rounded=0;orthogonalLoop=1;jettySize=auto;html=1;" target="In8fDh9ZLN2M87an2Miy-80" value="">
          <mxGeometry relative="1" as="geometry" />
        </mxCell>
        <mxCell id="In8fDh9ZLN2M87an2Miy-79" parent="1" style="whiteSpace=wrap;html=1;" value="loan_application&lt;br&gt;success" vertex="1">
          <mxGeometry height="60" width="120" x="5616.37" y="1730" as="geometry" />
        </mxCell>
        <mxCell id="In8fDh9ZLN2M87an2Miy-132" edge="1" parent="1" source="In8fDh9ZLN2M87an2Miy-80" style="edgeStyle=orthogonalEdgeStyle;rounded=0;orthogonalLoop=1;jettySize=auto;html=1;" target="In8fDh9ZLN2M87an2Miy-131" value="">
          <mxGeometry relative="1" as="geometry" />
        </mxCell>
        <mxCell id="In8fDh9ZLN2M87an2Miy-80" parent="1" style="whiteSpace=wrap;html=1;" value="release &lt;br&gt;loan_limit.held_amount" vertex="1">
          <mxGeometry height="60" width="215" x="5568.87" y="1830" as="geometry" />
        </mxCell>
        <mxCell id="In8fDh9ZLN2M87an2Miy-95" edge="1" parent="1" source="In8fDh9ZLN2M87an2Miy-82" style="edgeStyle=orthogonalEdgeStyle;rounded=0;orthogonalLoop=1;jettySize=auto;html=1;" target="In8fDh9ZLN2M87an2Miy-94" value="">
          <mxGeometry relative="1" as="geometry" />
        </mxCell>
        <mxCell id="In8fDh9ZLN2M87an2Miy-82" parent="1" style="whiteSpace=wrap;html=1;" value="loan_application&lt;br&gt;next_retry_at = now + 5min" vertex="1">
          <mxGeometry height="60" width="170" x="5283.87" y="1890" as="geometry" />
        </mxCell>
        <mxCell id="In8fDh9ZLN2M87an2Miy-88" parent="1" style="whiteSpace=wrap;html=1;" value="create loan" vertex="1">
          <mxGeometry height="60" width="215" x="5568.87" y="2063.75" as="geometry" />
        </mxCell>
        <mxCell id="In8fDh9ZLN2M87an2Miy-94" parent="1" style="whiteSpace=wrap;html=1;" value="retry_count &amp;gt; 3&lt;br&gt;status = unknown" vertex="1">
          <mxGeometry height="60" width="120" x="5308.87" y="2010" as="geometry" />
        </mxCell>
        <mxCell id="In8fDh9ZLN2M87an2Miy-105" parent="1" style="rounded=0;whiteSpace=wrap;html=1;" value="Scheduler" vertex="1">
          <mxGeometry height="60" width="120" x="3220" y="1397.5" as="geometry" />
        </mxCell>
        <mxCell id="In8fDh9ZLN2M87an2Miy-127" edge="1" parent="1" source="In8fDh9ZLN2M87an2Miy-111" style="edgeStyle=orthogonalEdgeStyle;rounded=0;orthogonalLoop=1;jettySize=auto;html=1;" target="In8fDh9ZLN2M87an2Miy-126" value="">
          <mxGeometry relative="1" as="geometry" />
        </mxCell>
        <mxCell id="In8fDh9ZLN2M87an2Miy-135" edge="1" parent="1" source="In8fDh9ZLN2M87an2Miy-111" style="edgeStyle=orthogonalEdgeStyle;rounded=0;orthogonalLoop=1;jettySize=auto;html=1;entryX=0;entryY=0.5;entryDx=0;entryDy=0;" target="In8fDh9ZLN2M87an2Miy-222">
          <mxGeometry relative="1" as="geometry">
            <mxPoint x="4520" y="2280" as="targetPoint" />
          </mxGeometry>
        </mxCell>
        <mxCell id="In8fDh9ZLN2M87an2Miy-111" parent="1" style="rhombus;whiteSpace=wrap;html=1;" value="loan -&amp;gt; casa exists" vertex="1">
          <mxGeometry height="180" width="166.25" x="4219.5" y="2190" as="geometry" />
        </mxCell>
        <mxCell id="In8fDh9ZLN2M87an2Miy-113" parent="1" style="whiteSpace=wrap;html=1;" value="status = approved&lt;br&gt;processed_at = now&lt;br&gt;release held_amount&lt;br&gt;create loan" vertex="1">
          <mxGeometry height="72.5" width="130" x="5329.37" y="2243.75" as="geometry" />
        </mxCell>
        <mxCell id="In8fDh9ZLN2M87an2Miy-122" edge="1" parent="1" source="In8fDh9ZLN2M87an2Miy-118" style="edgeStyle=orthogonalEdgeStyle;rounded=0;orthogonalLoop=1;jettySize=auto;html=1;" target="In8fDh9ZLN2M87an2Miy-121" value="">
          <mxGeometry relative="1" as="geometry" />
        </mxCell>
        <mxCell id="In8fDh9ZLN2M87an2Miy-118" parent="1" style="whiteSpace=wrap;html=1;" value="row lock&lt;br&gt;loan_application" vertex="1">
          <mxGeometry height="60" width="120" x="4069.5" y="1402.5" as="geometry" />
        </mxCell>
        <mxCell id="In8fDh9ZLN2M87an2Miy-124" edge="1" parent="1" source="In8fDh9ZLN2M87an2Miy-121" style="edgeStyle=orthogonalEdgeStyle;rounded=0;orthogonalLoop=1;jettySize=auto;html=1;" target="In8fDh9ZLN2M87an2Miy-123" value="">
          <mxGeometry relative="1" as="geometry" />
        </mxCell>
        <mxCell id="In8fDh9ZLN2M87an2Miy-125" edge="1" parent="1" source="In8fDh9ZLN2M87an2Miy-121" style="edgeStyle=orthogonalEdgeStyle;rounded=0;orthogonalLoop=1;jettySize=auto;html=1;entryX=0.5;entryY=0;entryDx=0;entryDy=0;" target="In8fDh9ZLN2M87an2Miy-69">
          <mxGeometry relative="1" as="geometry" />
        </mxCell>
        <mxCell id="In8fDh9ZLN2M87an2Miy-121" parent="1" style="rhombus;whiteSpace=wrap;html=1;" value="processed_at &lt;br&gt;is not null" vertex="1">
          <mxGeometry height="115" width="110" x="4249.5" y="1375" as="geometry" />
        </mxCell>
        <mxCell id="In8fDh9ZLN2M87an2Miy-123" parent="1" style="whiteSpace=wrap;html=1;" value="skip processing" vertex="1">
          <mxGeometry height="60" width="120" x="4434.5" y="1402.5" as="geometry" />
        </mxCell>
        <mxCell id="In8fDh9ZLN2M87an2Miy-216" edge="1" parent="1" source="In8fDh9ZLN2M87an2Miy-126" style="edgeStyle=orthogonalEdgeStyle;rounded=0;orthogonalLoop=1;jettySize=auto;html=1;entryX=0.5;entryY=0;entryDx=0;entryDy=0;" target="In8fDh9ZLN2M87an2Miy-214">
          <mxGeometry relative="1" as="geometry" />
        </mxCell>
        <mxCell id="In8fDh9ZLN2M87an2Miy-126" parent="1" style="whiteSpace=wrap;html=1;" value="polaris&lt;br&gt;/loan/&lt;span style=&quot;white-space: pre-wrap; color: rgb(33, 33, 33); font-family: Inter, system-ui, -apple-system, &amp;quot;system-ui&amp;quot;, &amp;quot;Segoe UI&amp;quot;, Roboto, Oxygen, Ubuntu, Cantarell, &amp;quot;Fira Sans&amp;quot;, &amp;quot;Droid Sans&amp;quot;, Helvetica, Arial, sans-serif; text-align: left; background-color: rgb(255, 255, 255);&quot;&gt;grantLoanNonCash&lt;/span&gt;" vertex="1">
          <mxGeometry height="60" width="157.38" x="4223.93" y="2440" as="geometry" />
        </mxCell>
        <mxCell id="In8fDh9ZLN2M87an2Miy-130" parent="1" style="rounded=0;whiteSpace=wrap;html=1;fontSize=21;" value="WHERE TO TRIGGER CGW???" vertex="1">
          <mxGeometry height="290" width="450.63" x="5420" y="2815" as="geometry" />
        </mxCell>
        <mxCell id="In8fDh9ZLN2M87an2Miy-133" edge="1" parent="1" source="In8fDh9ZLN2M87an2Miy-131" style="edgeStyle=orthogonalEdgeStyle;rounded=0;orthogonalLoop=1;jettySize=auto;html=1;" target="In8fDh9ZLN2M87an2Miy-88" value="">
          <mxGeometry relative="1" as="geometry" />
        </mxCell>
        <mxCell id="In8fDh9ZLN2M87an2Miy-131" parent="1" style="whiteSpace=wrap;html=1;" value="processed_at = now" vertex="1">
          <mxGeometry height="60" width="120" x="5616.37" y="1942.5" as="geometry" />
        </mxCell>
        <mxCell id="In8fDh9ZLN2M87an2Miy-141" edge="1" parent="1" source="In8fDh9ZLN2M87an2Miy-134" style="edgeStyle=orthogonalEdgeStyle;rounded=0;orthogonalLoop=1;jettySize=auto;html=1;entryX=0;entryY=0.5;entryDx=0;entryDy=0;" target="In8fDh9ZLN2M87an2Miy-139">
          <mxGeometry relative="1" as="geometry" />
        </mxCell>
        <mxCell id="In8fDh9ZLN2M87an2Miy-145" edge="1" parent="1" source="In8fDh9ZLN2M87an2Miy-134" style="edgeStyle=orthogonalEdgeStyle;rounded=0;orthogonalLoop=1;jettySize=auto;html=1;" target="In8fDh9ZLN2M87an2Miy-144" value="">
          <mxGeometry relative="1" as="geometry" />
        </mxCell>
        <mxCell id="In8fDh9ZLN2M87an2Miy-134" parent="1" style="rhombus;whiteSpace=wrap;html=1;" value="casa -&amp;gt; domestic (CGW)&lt;br&gt;exists?" vertex="1">
          <mxGeometry height="180" width="190" x="4860" y="2190" as="geometry" />
        </mxCell>
        <mxCell id="In8fDh9ZLN2M87an2Miy-142" edge="1" parent="1" source="In8fDh9ZLN2M87an2Miy-139" style="edgeStyle=orthogonalEdgeStyle;rounded=0;orthogonalLoop=1;jettySize=auto;html=1;entryX=0;entryY=0.5;entryDx=0;entryDy=0;" target="In8fDh9ZLN2M87an2Miy-113">
          <mxGeometry relative="1" as="geometry" />
        </mxCell>
        <mxCell id="In8fDh9ZLN2M87an2Miy-227" edge="1" parent="1" source="In8fDh9ZLN2M87an2Miy-139" style="edgeStyle=orthogonalEdgeStyle;rounded=0;orthogonalLoop=1;jettySize=auto;html=1;entryX=1;entryY=0.5;entryDx=0;entryDy=0;" target="In8fDh9ZLN2M87an2Miy-225">
          <mxGeometry relative="1" as="geometry">
            <Array as="points">
              <mxPoint x="5196" y="2460" />
            </Array>
          </mxGeometry>
        </mxCell>
        <mxCell id="In8fDh9ZLN2M87an2Miy-139" parent="1" style="rhombus;whiteSpace=wrap;html=1;" value="casa -&amp;gt; domestic (CGW)&lt;br&gt;amount match" vertex="1">
          <mxGeometry height="180" width="172.5" x="5110" y="2190" as="geometry" />
        </mxCell>
        <mxCell id="In8fDh9ZLN2M87an2Miy-147" edge="1" parent="1" source="In8fDh9ZLN2M87an2Miy-144" style="edgeStyle=orthogonalEdgeStyle;rounded=0;orthogonalLoop=1;jettySize=auto;html=1;" target="In8fDh9ZLN2M87an2Miy-146" value="">
          <mxGeometry relative="1" as="geometry" />
        </mxCell>
        <mxCell id="In8fDh9ZLN2M87an2Miy-144" parent="1" style="whiteSpace=wrap;html=1;" value="Trigger CGW" vertex="1">
          <mxGeometry height="60" width="120" x="4895" y="2510" as="geometry" />
        </mxCell>
        <mxCell id="In8fDh9ZLN2M87an2Miy-148" edge="1" parent="1" source="In8fDh9ZLN2M87an2Miy-146" style="edgeStyle=orthogonalEdgeStyle;rounded=0;orthogonalLoop=1;jettySize=auto;html=1;entryX=0.5;entryY=1;entryDx=0;entryDy=0;" target="In8fDh9ZLN2M87an2Miy-113">
          <mxGeometry relative="1" as="geometry" />
        </mxCell>
        <mxCell id="In8fDh9ZLN2M87an2Miy-150" edge="1" parent="1" source="In8fDh9ZLN2M87an2Miy-146" style="edgeStyle=orthogonalEdgeStyle;rounded=0;orthogonalLoop=1;jettySize=auto;html=1;" target="In8fDh9ZLN2M87an2Miy-149" value="">
          <mxGeometry relative="1" as="geometry" />
        </mxCell>
        <mxCell id="In8fDh9ZLN2M87an2Miy-146" parent="1" style="rhombus;whiteSpace=wrap;html=1;" value="200" vertex="1">
          <mxGeometry height="80" width="80" x="5115" y="2500" as="geometry" />
        </mxCell>
        <mxCell id="In8fDh9ZLN2M87an2Miy-149" parent="1" style="whiteSpace=wrap;html=1;" value="next_retry_at = now + 5min" vertex="1">
          <mxGeometry height="60" width="155" x="5077.5" y="2650" as="geometry" />
        </mxCell>
        <mxCell id="In8fDh9ZLN2M87an2Miy-176" edge="1" parent="1" source="In8fDh9ZLN2M87an2Miy-152" style="edgeStyle=orthogonalEdgeStyle;rounded=0;orthogonalLoop=1;jettySize=auto;html=1;" target="In8fDh9ZLN2M87an2Miy-175" value="">
          <mxGeometry relative="1" as="geometry" />
        </mxCell>
        <mxCell id="In8fDh9ZLN2M87an2Miy-244" edge="1" parent="1" source="In8fDh9ZLN2M87an2Miy-152" style="edgeStyle=orthogonalEdgeStyle;rounded=0;orthogonalLoop=1;jettySize=auto;html=1;entryX=0;entryY=0.5;entryDx=0;entryDy=0;" target="In8fDh9ZLN2M87an2Miy-162">
          <mxGeometry relative="1" as="geometry" />
        </mxCell>
        <mxCell id="In8fDh9ZLN2M87an2Miy-152" parent="1" style="rhombus;whiteSpace=wrap;html=1;align=center;" value="&lt;div style=&quot;&quot;&gt;&lt;span style=&quot;background-color: transparent; color: light-dark(rgb(0, 0, 0), rgb(255, 255, 255));&quot;&gt;&lt;b&gt;request amount &amp;lt;=&amp;nbsp;&lt;br&gt;&lt;/b&gt;&lt;/span&gt;&lt;span style=&quot;font-weight: 700; background-color: transparent; color: light-dark(rgb(0, 0, 0), rgb(255, 255, 255));&quot;&gt;credit_line_accounts.available_amount&lt;/span&gt;&lt;/div&gt;" vertex="1">
          <mxGeometry height="285" width="270" x="990" y="992.5" as="geometry" />
        </mxCell>
        <mxCell id="P7TJZT1PVnBYbLh7lMs1-37" edge="1" parent="1" source="In8fDh9ZLN2M87an2Miy-161" style="edgeStyle=orthogonalEdgeStyle;rounded=0;orthogonalLoop=1;jettySize=auto;html=1;entryX=0;entryY=0.5;entryDx=0;entryDy=0;" target="In8fDh9ZLN2M87an2Miy-228">
          <mxGeometry relative="1" as="geometry" />
        </mxCell>
        <mxCell id="In8fDh9ZLN2M87an2Miy-161" parent="1" style="rounded=0;whiteSpace=wrap;html=1;" value="&lt;span style=&quot;font-weight: 700;&quot;&gt;credit_line_accounts&lt;br&gt;&lt;/span&gt;row lock" vertex="1">
          <mxGeometry height="60" width="145" x="280" y="1105" as="geometry" />
        </mxCell>
        <mxCell id="In8fDh9ZLN2M87an2Miy-165" edge="1" parent="1" source="In8fDh9ZLN2M87an2Miy-162" style="edgeStyle=orthogonalEdgeStyle;rounded=0;orthogonalLoop=1;jettySize=auto;html=1;" target="In8fDh9ZLN2M87an2Miy-12">
          <mxGeometry relative="1" as="geometry" />
        </mxCell>
        <mxCell id="In8fDh9ZLN2M87an2Miy-162" parent="1" style="rounded=0;whiteSpace=wrap;html=1;" value="&lt;span style=&quot;font-weight: 700; text-align: left;&quot;&gt;ROWLOCK -&amp;gt;&lt;br&gt;credit_line_accounts.reserved_amount &lt;br&gt;+= amount&lt;/span&gt;" vertex="1">
          <mxGeometry height="60" width="250" x="1360" y="1105" as="geometry" />
        </mxCell>
        <mxCell id="In8fDh9ZLN2M87an2Miy-174" parent="1" style="text;html=1;whiteSpace=wrap;strokeColor=none;fillColor=none;align=center;verticalAlign=middle;rounded=0;" value="&lt;div style=&quot;background-color:#ffffff;color:#080808&quot;&gt;&lt;pre style=&quot;font-family:&#39;JetBrains Mono&#39;,monospace;font-size:9.8pt;&quot;&gt;&lt;span style=&quot;color:#9e880d;&quot;&gt;@Transactional&lt;/span&gt;(propagation = &lt;span style=&quot;color:#000000;&quot;&gt;Propagation&lt;/span&gt;.&lt;span style=&quot;color:#871094;font-style:italic;&quot;&gt;REQUIRES_NEW&lt;/span&gt;)&lt;/pre&gt;&lt;/div&gt;" vertex="1">
          <mxGeometry height="30" width="240" x="1005" y="900" as="geometry" />
        </mxCell>
        <mxCell id="In8fDh9ZLN2M87an2Miy-175" parent="1" style="whiteSpace=wrap;html=1;" value="Rollback, return error" vertex="1">
          <mxGeometry height="60" width="132.5" x="1058.75" y="1352.5" as="geometry" />
        </mxCell>
        <mxCell id="In8fDh9ZLN2M87an2Miy-185" parent="1" style="whiteSpace=wrap;html=1;fontStyle=0;startSize=30;horizontal=1;" value="return success to client&lt;br&gt;(&quot;Request succeeded, will be processed within 5-10 mins&quot;?)" vertex="1">
          <mxGeometry height="162.5" width="210" x="2050" y="1053.75" as="geometry" />
        </mxCell>
        <mxCell id="In8fDh9ZLN2M87an2Miy-189" parent="1" style="text;html=1;whiteSpace=wrap;strokeColor=none;fillColor=none;align=center;verticalAlign=middle;rounded=0;fontSize=26;" value="&lt;div style=&quot;background-color:#ffffff;color:#080808&quot;&gt;&lt;pre style=&quot;font-family: &amp;quot;JetBrains Mono&amp;quot;, monospace;&quot;&gt;&lt;span style=&quot;color:#9e880d;&quot;&gt;@Transactional&lt;/span&gt;(propagation = &lt;span style=&quot;color:#000000;&quot;&gt;Propagation&lt;/span&gt;.&lt;span style=&quot;color:#871094;font-style:italic;&quot;&gt;REQUIRES_NEW&lt;/span&gt;)&lt;/pre&gt;&lt;/div&gt;" vertex="1">
          <mxGeometry height="30" width="240" x="4918.87" y="1265" as="geometry" />
        </mxCell>
        <mxCell id="In8fDh9ZLN2M87an2Miy-198" parent="1" style="text;html=1;whiteSpace=wrap;strokeColor=none;fillColor=none;align=center;verticalAlign=middle;rounded=0;fontSize=32;" value="BNPL request flow" vertex="1">
          <mxGeometry height="30" width="470" x="-80" y="2930" as="geometry" />
        </mxCell>
        <mxCell id="In8fDh9ZLN2M87an2Miy-199" edge="1" parent="1" source="In8fDh9ZLN2M87an2Miy-200" style="edgeStyle=orthogonalEdgeStyle;rounded=0;orthogonalLoop=1;jettySize=auto;html=1;" target="In8fDh9ZLN2M87an2Miy-202" value="">
          <mxGeometry relative="1" as="geometry" />
        </mxCell>
        <mxCell id="In8fDh9ZLN2M87an2Miy-200" parent="1" style="shape=umlActor;verticalLabelPosition=bottom;verticalAlign=top;html=1;outlineConnect=0;" value="Actor" vertex="1">
          <mxGeometry height="60" width="30" x="20" y="3135" as="geometry" />
        </mxCell>
        <mxCell id="In8fDh9ZLN2M87an2Miy-201" edge="1" parent="1" source="In8fDh9ZLN2M87an2Miy-202" style="edgeStyle=orthogonalEdgeStyle;rounded=0;orthogonalLoop=1;jettySize=auto;html=1;entryX=0.011;entryY=0.06;entryDx=0;entryDy=0;entryPerimeter=0;" target="In8fDh9ZLN2M87an2Miy-209" value="">
          <mxGeometry relative="1" as="geometry">
            <mxPoint x="440" y="3165" as="targetPoint" />
          </mxGeometry>
        </mxCell>
        <mxCell id="In8fDh9ZLN2M87an2Miy-202" parent="1" style="whiteSpace=wrap;html=1;verticalAlign=top;" value="&lt;div&gt;&lt;br&gt;&lt;/div&gt;&lt;div&gt;One tap loan&lt;/div&gt;" vertex="1">
          <mxGeometry height="60" width="120" x="230" y="3135" as="geometry" />
        </mxCell>
        <mxCell id="In8fDh9ZLN2M87an2Miy-203" edge="1" parent="1" source="In8fDh9ZLN2M87an2Miy-205" style="edgeStyle=orthogonalEdgeStyle;rounded=0;orthogonalLoop=1;jettySize=auto;html=1;" target="In8fDh9ZLN2M87an2Miy-206" value="">
          <mxGeometry relative="1" as="geometry" />
        </mxCell>
        <mxCell id="In8fDh9ZLN2M87an2Miy-204" connectable="0" parent="In8fDh9ZLN2M87an2Miy-203" style="edgeLabel;html=1;align=center;verticalAlign=middle;resizable=0;points=[];" value="0" vertex="1">
          <mxGeometry relative="1" x="-0.2091" y="-1" as="geometry">
            <mxPoint as="offset" />
          </mxGeometry>
        </mxCell>
        <mxCell id="In8fDh9ZLN2M87an2Miy-213" edge="1" parent="1" source="In8fDh9ZLN2M87an2Miy-205" style="edgeStyle=orthogonalEdgeStyle;rounded=0;orthogonalLoop=1;jettySize=auto;html=1;" target="In8fDh9ZLN2M87an2Miy-212" value="">
          <mxGeometry relative="1" as="geometry" />
        </mxCell>
        <mxCell id="In8fDh9ZLN2M87an2Miy-205" parent="1" style="rhombus;whiteSpace=wrap;html=1;verticalAlign=top;" value="&lt;br&gt;&lt;br&gt;&lt;div&gt;&lt;br&gt;&lt;/div&gt;&lt;div&gt;Loan validation&lt;br&gt;success&lt;/div&gt;" vertex="1">
          <mxGeometry height="120" width="140" x="720" y="3105" as="geometry" />
        </mxCell>
        <mxCell id="In8fDh9ZLN2M87an2Miy-206" parent="1" style="whiteSpace=wrap;html=1;verticalAlign=middle;" value="Return err message" vertex="1">
          <mxGeometry height="60" width="120" x="730" y="3305" as="geometry" />
        </mxCell>
        <mxCell id="In8fDh9ZLN2M87an2Miy-207" edge="1" parent="1" source="In8fDh9ZLN2M87an2Miy-208" style="edgeStyle=orthogonalEdgeStyle;rounded=0;orthogonalLoop=1;jettySize=auto;html=1;entryX=0;entryY=0.5;entryDx=0;entryDy=0;" target="In8fDh9ZLN2M87an2Miy-205">
          <mxGeometry relative="1" as="geometry" />
        </mxCell>
        <mxCell id="In8fDh9ZLN2M87an2Miy-208" parent="1" style="swimlane;fontStyle=0;childLayout=stackLayout;horizontal=1;startSize=30;horizontalStack=0;resizeParent=1;resizeParentMax=0;resizeLast=0;collapsible=1;marginBottom=0;whiteSpace=wrap;html=1;" value="Validations" vertex="1">
          <mxGeometry height="120" width="140" x="460" y="3135" as="geometry" />
        </mxCell>
        <mxCell id="In8fDh9ZLN2M87an2Miy-209" parent="In8fDh9ZLN2M87an2Miy-208" style="text;strokeColor=none;fillColor=none;align=left;verticalAlign=middle;spacingLeft=4;spacingRight=4;overflow=hidden;points=[[0,0.5],[1,0.5]];portConstraint=eastwest;rotatable=0;whiteSpace=wrap;html=1;" value="user status" vertex="1">
          <mxGeometry height="30" width="140" y="30" as="geometry" />
        </mxCell>
        <mxCell id="In8fDh9ZLN2M87an2Miy-210" parent="In8fDh9ZLN2M87an2Miy-208" style="text;strokeColor=none;fillColor=none;align=left;verticalAlign=middle;spacingLeft=4;spacingRight=4;overflow=hidden;points=[[0,0.5],[1,0.5]];portConstraint=eastwest;rotatable=0;whiteSpace=wrap;html=1;" value="kyc status" vertex="1">
          <mxGeometry height="30" width="140" y="60" as="geometry" />
        </mxCell>
        <mxCell id="In8fDh9ZLN2M87an2Miy-211" parent="In8fDh9ZLN2M87an2Miy-208" style="text;strokeColor=none;fillColor=none;align=left;verticalAlign=middle;spacingLeft=4;spacingRight=4;overflow=hidden;points=[[0,0.5],[1,0.5]];portConstraint=eastwest;rotatable=0;whiteSpace=wrap;html=1;" value="loan limit status" vertex="1">
          <mxGeometry height="30" width="140" y="90" as="geometry" />
        </mxCell>
        <mxCell id="In8fDh9ZLN2M87an2Miy-212" parent="1" style="whiteSpace=wrap;html=1;verticalAlign=middle;" value="Same as one-tap ??" vertex="1">
          <mxGeometry height="60" width="120" x="950" y="3135" as="geometry" />
        </mxCell>
        <mxCell id="In8fDh9ZLN2M87an2Miy-218" edge="1" parent="1" source="In8fDh9ZLN2M87an2Miy-214" style="edgeStyle=orthogonalEdgeStyle;rounded=0;orthogonalLoop=1;jettySize=auto;html=1;entryX=0;entryY=0.5;entryDx=0;entryDy=0;" target="In8fDh9ZLN2M87an2Miy-134">
          <mxGeometry relative="1" as="geometry">
            <Array as="points">
              <mxPoint x="4860" y="2630" />
            </Array>
          </mxGeometry>
        </mxCell>
        <mxCell id="In8fDh9ZLN2M87an2Miy-221" edge="1" parent="1" source="In8fDh9ZLN2M87an2Miy-214" style="edgeStyle=orthogonalEdgeStyle;rounded=0;orthogonalLoop=1;jettySize=auto;html=1;entryX=0;entryY=0.5;entryDx=0;entryDy=0;" target="In8fDh9ZLN2M87an2Miy-149">
          <mxGeometry relative="1" as="geometry">
            <Array as="points">
              <mxPoint x="4303" y="2680" />
            </Array>
          </mxGeometry>
        </mxCell>
        <mxCell id="In8fDh9ZLN2M87an2Miy-214" parent="1" style="rhombus;whiteSpace=wrap;html=1;" value="200" vertex="1">
          <mxGeometry height="80" width="80" x="4262.62" y="2590" as="geometry" />
        </mxCell>
        <mxCell id="In8fDh9ZLN2M87an2Miy-223" edge="1" parent="1" source="In8fDh9ZLN2M87an2Miy-222" style="edgeStyle=orthogonalEdgeStyle;rounded=0;orthogonalLoop=1;jettySize=auto;html=1;" target="In8fDh9ZLN2M87an2Miy-134">
          <mxGeometry relative="1" as="geometry" />
        </mxCell>
        <mxCell id="In8fDh9ZLN2M87an2Miy-226" edge="1" parent="1" source="In8fDh9ZLN2M87an2Miy-222" style="edgeStyle=orthogonalEdgeStyle;rounded=0;orthogonalLoop=1;jettySize=auto;html=1;" target="In8fDh9ZLN2M87an2Miy-225" value="">
          <mxGeometry relative="1" as="geometry" />
        </mxCell>
        <mxCell id="In8fDh9ZLN2M87an2Miy-222" parent="1" style="rhombus;whiteSpace=wrap;html=1;" value="loan -&amp;gt; casa &lt;br&gt;amount match" vertex="1">
          <mxGeometry height="156.25" width="155" x="4561.37" y="2201.88" as="geometry" />
        </mxCell>
        <mxCell id="In8fDh9ZLN2M87an2Miy-225" parent="1" style="whiteSpace=wrap;html=1;" value="status = manual_review??" vertex="1">
          <mxGeometry height="60" width="120" x="4578.87" y="2429.995" as="geometry" />
        </mxCell>
        <mxCell id="P7TJZT1PVnBYbLh7lMs1-38" edge="1" parent="1" source="In8fDh9ZLN2M87an2Miy-228" style="edgeStyle=orthogonalEdgeStyle;rounded=0;orthogonalLoop=1;jettySize=auto;html=1;entryX=0.5;entryY=0;entryDx=0;entryDy=0;" target="In8fDh9ZLN2M87an2Miy-233">
          <mxGeometry relative="1" as="geometry" />
        </mxCell>
        <mxCell id="P7TJZT1PVnBYbLh7lMs1-39" edge="1" parent="1" source="In8fDh9ZLN2M87an2Miy-228" style="edgeStyle=orthogonalEdgeStyle;rounded=0;orthogonalLoop=1;jettySize=auto;html=1;" target="In8fDh9ZLN2M87an2Miy-152">
          <mxGeometry relative="1" as="geometry" />
        </mxCell>
        <mxCell id="In8fDh9ZLN2M87an2Miy-228" parent="1" style="rhombus;whiteSpace=wrap;html=1;" value="Polaris&lt;br&gt;/line/&lt;span style=&quot;color: rgb(33, 33, 33); font-family: Inter, system-ui, -apple-system, &amp;quot;system-ui&amp;quot;, &amp;quot;Segoe UI&amp;quot;, Roboto, Oxygen, Ubuntu, Cantarell, &amp;quot;Fira Sans&amp;quot;, &amp;quot;Droid Sans&amp;quot;, Helvetica, Arial, sans-serif; text-align: left; white-space: pre-wrap; background-color: rgb(255, 255, 255);&quot;&gt;getAccountDetail&lt;/span&gt;&lt;br&gt;200" vertex="1">
          <mxGeometry height="225" width="250" x="570" y="1022.5" as="geometry" />
        </mxCell>
        <mxCell id="In8fDh9ZLN2M87an2Miy-236" edge="1" parent="1" source="In8fDh9ZLN2M87an2Miy-233" style="edgeStyle=orthogonalEdgeStyle;rounded=0;orthogonalLoop=1;jettySize=auto;html=1;" target="In8fDh9ZLN2M87an2Miy-235" value="">
          <mxGeometry relative="1" as="geometry" />
        </mxCell>
        <mxCell id="In8fDh9ZLN2M87an2Miy-242" edge="1" parent="1" source="In8fDh9ZLN2M87an2Miy-233" style="edgeStyle=orthogonalEdgeStyle;rounded=0;orthogonalLoop=1;jettySize=auto;html=1;entryX=0;entryY=0.5;entryDx=0;entryDy=0;" target="In8fDh9ZLN2M87an2Miy-241" value="">
          <mxGeometry relative="1" as="geometry">
            <mxPoint x="765" y="1362.5" as="targetPoint" />
          </mxGeometry>
        </mxCell>
        <mxCell id="In8fDh9ZLN2M87an2Miy-233" parent="1" style="rhombus;whiteSpace=wrap;html=1;" value="501" vertex="1">
          <mxGeometry height="80" width="80" x="655" y="1322.5" as="geometry" />
        </mxCell>
        <mxCell id="In8fDh9ZLN2M87an2Miy-238" edge="1" parent="1" source="In8fDh9ZLN2M87an2Miy-235" style="edgeStyle=orthogonalEdgeStyle;rounded=0;orthogonalLoop=1;jettySize=auto;html=1;entryX=0;entryY=0.5;entryDx=0;entryDy=0;" target="In8fDh9ZLN2M87an2Miy-237" value="">
          <mxGeometry relative="1" as="geometry">
            <mxPoint x="835" y="1615" as="targetPoint" />
          </mxGeometry>
        </mxCell>
        <mxCell id="In8fDh9ZLN2M87an2Miy-240" edge="1" parent="1" source="In8fDh9ZLN2M87an2Miy-235" style="edgeStyle=orthogonalEdgeStyle;rounded=0;orthogonalLoop=1;jettySize=auto;html=1;" target="In8fDh9ZLN2M87an2Miy-239" value="">
          <mxGeometry relative="1" as="geometry" />
        </mxCell>
        <mxCell id="In8fDh9ZLN2M87an2Miy-235" parent="1" style="rhombus;whiteSpace=wrap;html=1;" value="timeout, http err" vertex="1">
          <mxGeometry height="125" width="120" x="635" y="1552.5" as="geometry" />
        </mxCell>
        <mxCell id="In8fDh9ZLN2M87an2Miy-237" parent="1" style="whiteSpace=wrap;html=1;" value="return err msg&lt;br&gt;try again" vertex="1">
          <mxGeometry height="60" width="120" x="855" y="1585" as="geometry" />
        </mxCell>
        <mxCell id="In8fDh9ZLN2M87an2Miy-239" parent="1" style="whiteSpace=wrap;html=1;" value="return err msg&lt;br&gt;try again?" vertex="1">
          <mxGeometry height="60" width="120" x="635" y="1740" as="geometry" />
        </mxCell>
        <mxCell id="In8fDh9ZLN2M87an2Miy-241" parent="1" style="whiteSpace=wrap;html=1;" value="return err msg?" vertex="1">
          <mxGeometry height="60" width="120" x="845" y="1332.5" as="geometry" />
        </mxCell>
        <mxCell id="P7TJZT1PVnBYbLh7lMs1-3" parent="1" style="whiteSpace=wrap;html=1;rounded=0;" value="Polaris&lt;br&gt;/line/openAccount" vertex="1">
          <mxGeometry height="60" width="120" x="2420" y="210" as="geometry" />
        </mxCell>
        <mxCell id="P7TJZT1PVnBYbLh7lMs1-5" parent="1" style="swimlane;fontStyle=0;childLayout=stackLayout;horizontal=1;startSize=30;horizontalStack=0;resizeParent=1;resizeParentMax=0;resizeLast=0;collapsible=1;marginBottom=0;whiteSpace=wrap;html=1;" value="expected calls in order:" vertex="1">
          <mxGeometry height="210" width="270" x="3160" y="1991.88" as="geometry" />
        </mxCell>
        <mxCell id="P7TJZT1PVnBYbLh7lMs1-6" parent="P7TJZT1PVnBYbLh7lMs1-5" style="text;strokeColor=none;fillColor=none;align=left;verticalAlign=middle;spacingLeft=4;spacingRight=4;overflow=hidden;points=[[0,0.5],[1,0.5]];portConstraint=eastwest;rotatable=0;whiteSpace=wrap;html=1;" value="&lt;span style=&quot;text-align: center;&quot;&gt;/loan/createAccount - no retry&lt;/span&gt;" vertex="1">
          <mxGeometry height="30" width="270" y="30" as="geometry" />
        </mxCell>
        <mxCell id="P7TJZT1PVnBYbLh7lMs1-7" parent="P7TJZT1PVnBYbLh7lMs1-5" style="text;strokeColor=none;fillColor=none;align=left;verticalAlign=middle;spacingLeft=4;spacingRight=4;overflow=hidden;points=[[0,0.5],[1,0.5]];portConstraint=eastwest;rotatable=0;whiteSpace=wrap;html=1;" value="&lt;span style=&quot;text-align: center;&quot;&gt;/loan/&lt;/span&gt;&lt;span style=&quot;background-color: rgb(252, 246, 219); color: rgb(0, 0, 0); font-family: &amp;quot;Anonymous Pro&amp;quot;, Menlo, Consolas, &amp;quot;Bitstream Vera Sans Mono&amp;quot;, &amp;quot;Courier New&amp;quot;, monospace; font-size: 0.9em;&quot;&gt;createNrsSchedule - retry&lt;/span&gt;" vertex="1">
          <mxGeometry height="30" width="270" y="60" as="geometry" />
        </mxCell>
        <mxCell id="P7TJZT1PVnBYbLh7lMs1-8" parent="P7TJZT1PVnBYbLh7lMs1-5" style="text;strokeColor=none;fillColor=none;align=left;verticalAlign=middle;spacingLeft=4;spacingRight=4;overflow=hidden;points=[[0,0.5],[1,0.5]];portConstraint=eastwest;rotatable=0;whiteSpace=wrap;html=1;" value="&lt;span style=&quot;text-align: center;&quot;&gt;/loan/openAccount - retry&lt;/span&gt;" vertex="1">
          <mxGeometry height="30" width="270" y="90" as="geometry" />
        </mxCell>
        <mxCell id="P7TJZT1PVnBYbLh7lMs1-9" parent="P7TJZT1PVnBYbLh7lMs1-5" style="text;strokeColor=none;fillColor=none;align=left;verticalAlign=middle;spacingLeft=4;spacingRight=4;overflow=hidden;points=[[0,0.5],[1,0.5]];portConstraint=eastwest;rotatable=0;whiteSpace=wrap;html=1;" value="&lt;span style=&quot;font-family: &amp;quot;Anonymous Pro&amp;quot;, Menlo, Consolas, &amp;quot;Bitstream Vera Sans Mono&amp;quot;, &amp;quot;Courier New&amp;quot;, monospace; font-size: 10.8px; white-space: pre-wrap;&quot;&gt;&lt;font style=&quot;color: light-dark(rgb(237, 237, 237), rgb(255, 255, 255));&quot;&gt;/line/linkLineAccountToLoan - retry?&lt;/font&gt;&lt;/span&gt;" vertex="1">
          <mxGeometry height="30" width="270" y="120" as="geometry" />
        </mxCell>
        <mxCell id="P7TJZT1PVnBYbLh7lMs1-10" parent="P7TJZT1PVnBYbLh7lMs1-5" style="text;strokeColor=none;fillColor=none;align=left;verticalAlign=middle;spacingLeft=4;spacingRight=4;overflow=hidden;points=[[0,0.5],[1,0.5]];portConstraint=eastwest;rotatable=0;whiteSpace=wrap;html=1;" value="&lt;span style=&quot;text-align: center;&quot;&gt;/loan/&lt;/span&gt;&lt;span style=&quot;white-space: pre-wrap; color: rgb(33, 33, 33); font-family: Inter, system-ui, -apple-system, &amp;quot;system-ui&amp;quot;, &amp;quot;Segoe UI&amp;quot;, Roboto, Oxygen, Ubuntu, Cantarell, &amp;quot;Fira Sans&amp;quot;, &amp;quot;Droid Sans&amp;quot;, Helvetica, Arial, sans-serif; background-color: rgb(255, 255, 255);&quot;&gt;grantLoanNonCash - retry&lt;/span&gt;" vertex="1">
          <mxGeometry height="30" width="270" y="150" as="geometry" />
        </mxCell>
        <mxCell id="P7TJZT1PVnBYbLh7lMs1-11" parent="P7TJZT1PVnBYbLh7lMs1-5" style="text;strokeColor=none;fillColor=none;align=left;verticalAlign=middle;spacingLeft=4;spacingRight=4;overflow=hidden;points=[[0,0.5],[1,0.5]];portConstraint=eastwest;rotatable=0;whiteSpace=wrap;html=1;" value="&lt;font face=&quot;Inter, system-ui, -apple-system, system-ui, Segoe UI, Roboto, Oxygen, Ubuntu, Cantarell, Fira Sans, Droid Sans, Helvetica, Arial, sans-serif&quot; style=&quot;color: light-dark(rgb(188, 188, 188), rgb(255, 255, 255));&quot;&gt;&lt;span style=&quot;white-space-collapse: preserve;&quot;&gt;CGW Trigger ??&lt;/span&gt;&lt;/font&gt;" vertex="1">
          <mxGeometry height="30" width="270" y="180" as="geometry" />
        </mxCell>
        <mxCell id="P7TJZT1PVnBYbLh7lMs1-17" edge="1" parent="1" source="P7TJZT1PVnBYbLh7lMs1-15" style="edgeStyle=orthogonalEdgeStyle;rounded=0;orthogonalLoop=1;jettySize=auto;html=1;" target="P7TJZT1PVnBYbLh7lMs1-16" value="">
          <mxGeometry relative="1" as="geometry" />
        </mxCell>
        <mxCell id="P7TJZT1PVnBYbLh7lMs1-15" parent="1" style="rounded=0;whiteSpace=wrap;html=1;" value="/loan/&lt;span style=&quot;background-color: rgb(252, 246, 219); color: rgb(0, 0, 0); font-family: &amp;quot;Anonymous Pro&amp;quot;, Menlo, Consolas, &amp;quot;Bitstream Vera Sans Mono&amp;quot;, &amp;quot;Courier New&amp;quot;, monospace; font-size: 0.9em; text-align: start;&quot;&gt;getCustomerLoanAccountList&lt;/span&gt;" vertex="1">
          <mxGeometry height="60" width="270" x="2890" y="2243.75" as="geometry" />
        </mxCell>
        <mxCell id="P7TJZT1PVnBYbLh7lMs1-23" edge="1" parent="1" source="P7TJZT1PVnBYbLh7lMs1-16" style="edgeStyle=orthogonalEdgeStyle;rounded=0;orthogonalLoop=1;jettySize=auto;html=1;" target="P7TJZT1PVnBYbLh7lMs1-22" value="">
          <mxGeometry relative="1" as="geometry" />
        </mxCell>
        <mxCell id="P7TJZT1PVnBYbLh7lMs1-33" edge="1" parent="1" source="P7TJZT1PVnBYbLh7lMs1-16" style="edgeStyle=orthogonalEdgeStyle;rounded=0;orthogonalLoop=1;jettySize=auto;html=1;" target="P7TJZT1PVnBYbLh7lMs1-32" value="">
          <mxGeometry relative="1" as="geometry" />
        </mxCell>
        <mxCell id="P7TJZT1PVnBYbLh7lMs1-16" parent="1" style="rhombus;whiteSpace=wrap;html=1;rounded=0;" value="product match&lt;br&gt;amount match&lt;br&gt;status = new" vertex="1">
          <mxGeometry height="190" width="190" x="2930" y="2371.87" as="geometry" />
        </mxCell>
        <mxCell id="P7TJZT1PVnBYbLh7lMs1-25" edge="1" parent="1" source="P7TJZT1PVnBYbLh7lMs1-22" style="edgeStyle=orthogonalEdgeStyle;rounded=0;orthogonalLoop=1;jettySize=auto;html=1;" target="P7TJZT1PVnBYbLh7lMs1-24" value="">
          <mxGeometry relative="1" as="geometry" />
        </mxCell>
        <mxCell id="P7TJZT1PVnBYbLh7lMs1-22" parent="1" style="whiteSpace=wrap;html=1;rounded=0;" value="/loan/&lt;span style=&quot;background-color: rgb(252, 246, 219); color: rgb(0, 0, 0); font-family: &amp;quot;Anonymous Pro&amp;quot;, Menlo, Consolas, &amp;quot;Bitstream Vera Sans Mono&amp;quot;, &amp;quot;Courier New&amp;quot;, monospace; font-size: 0.9em; text-align: start;&quot;&gt;getNrsSchedule&lt;/span&gt;" vertex="1">
          <mxGeometry height="60" width="215" x="3200" y="2436.87" as="geometry" />
        </mxCell>
        <mxCell id="P7TJZT1PVnBYbLh7lMs1-29" edge="1" parent="1" source="P7TJZT1PVnBYbLh7lMs1-24" style="edgeStyle=orthogonalEdgeStyle;rounded=0;orthogonalLoop=1;jettySize=auto;html=1;" target="P7TJZT1PVnBYbLh7lMs1-28" value="">
          <mxGeometry relative="1" as="geometry" />
        </mxCell>
        <mxCell id="P7TJZT1PVnBYbLh7lMs1-31" edge="1" parent="1" source="P7TJZT1PVnBYbLh7lMs1-24" style="edgeStyle=orthogonalEdgeStyle;rounded=0;orthogonalLoop=1;jettySize=auto;html=1;" target="P7TJZT1PVnBYbLh7lMs1-30" value="">
          <mxGeometry relative="1" as="geometry" />
        </mxCell>
        <mxCell id="P7TJZT1PVnBYbLh7lMs1-24" parent="1" style="rhombus;whiteSpace=wrap;html=1;rounded=0;" value="schedule match?" vertex="1">
          <mxGeometry height="115" width="110" x="3510" y="2409.37" as="geometry" />
        </mxCell>
        <mxCell id="P7TJZT1PVnBYbLh7lMs1-28" parent="1" style="whiteSpace=wrap;html=1;rounded=0;" value="/loan/openAccount&amp;nbsp;" vertex="1">
          <mxGeometry height="60" width="155" x="3695" y="2436.87" as="geometry" />
        </mxCell>
        <mxCell id="P7TJZT1PVnBYbLh7lMs1-30" parent="1" style="whiteSpace=wrap;html=1;rounded=0;" value="/loan/&lt;span style=&quot;background-color: rgb(252, 246, 219); color: rgb(0, 0, 0); font-family: &amp;quot;Anonymous Pro&amp;quot;, Menlo, Consolas, &amp;quot;Bitstream Vera Sans Mono&amp;quot;, &amp;quot;Courier New&amp;quot;, monospace; font-size: 0.9em; text-align: start;&quot;&gt;updateNrsSchedule&lt;/span&gt;" vertex="1">
          <mxGeometry height="60" width="195" x="3467.5" y="2631.87" as="geometry" />
        </mxCell>
        <mxCell id="P7TJZT1PVnBYbLh7lMs1-32" parent="1" style="rhombus;whiteSpace=wrap;html=1;rounded=0;" value="product match&lt;br&gt;amount match&lt;br&gt;status = active" vertex="1">
          <mxGeometry height="213.13" width="213.13" x="2918.43" y="2696.87" as="geometry" />
        </mxCell>
      </root>
    </mxGraphModel>
  </diagram>
</mxfile>
